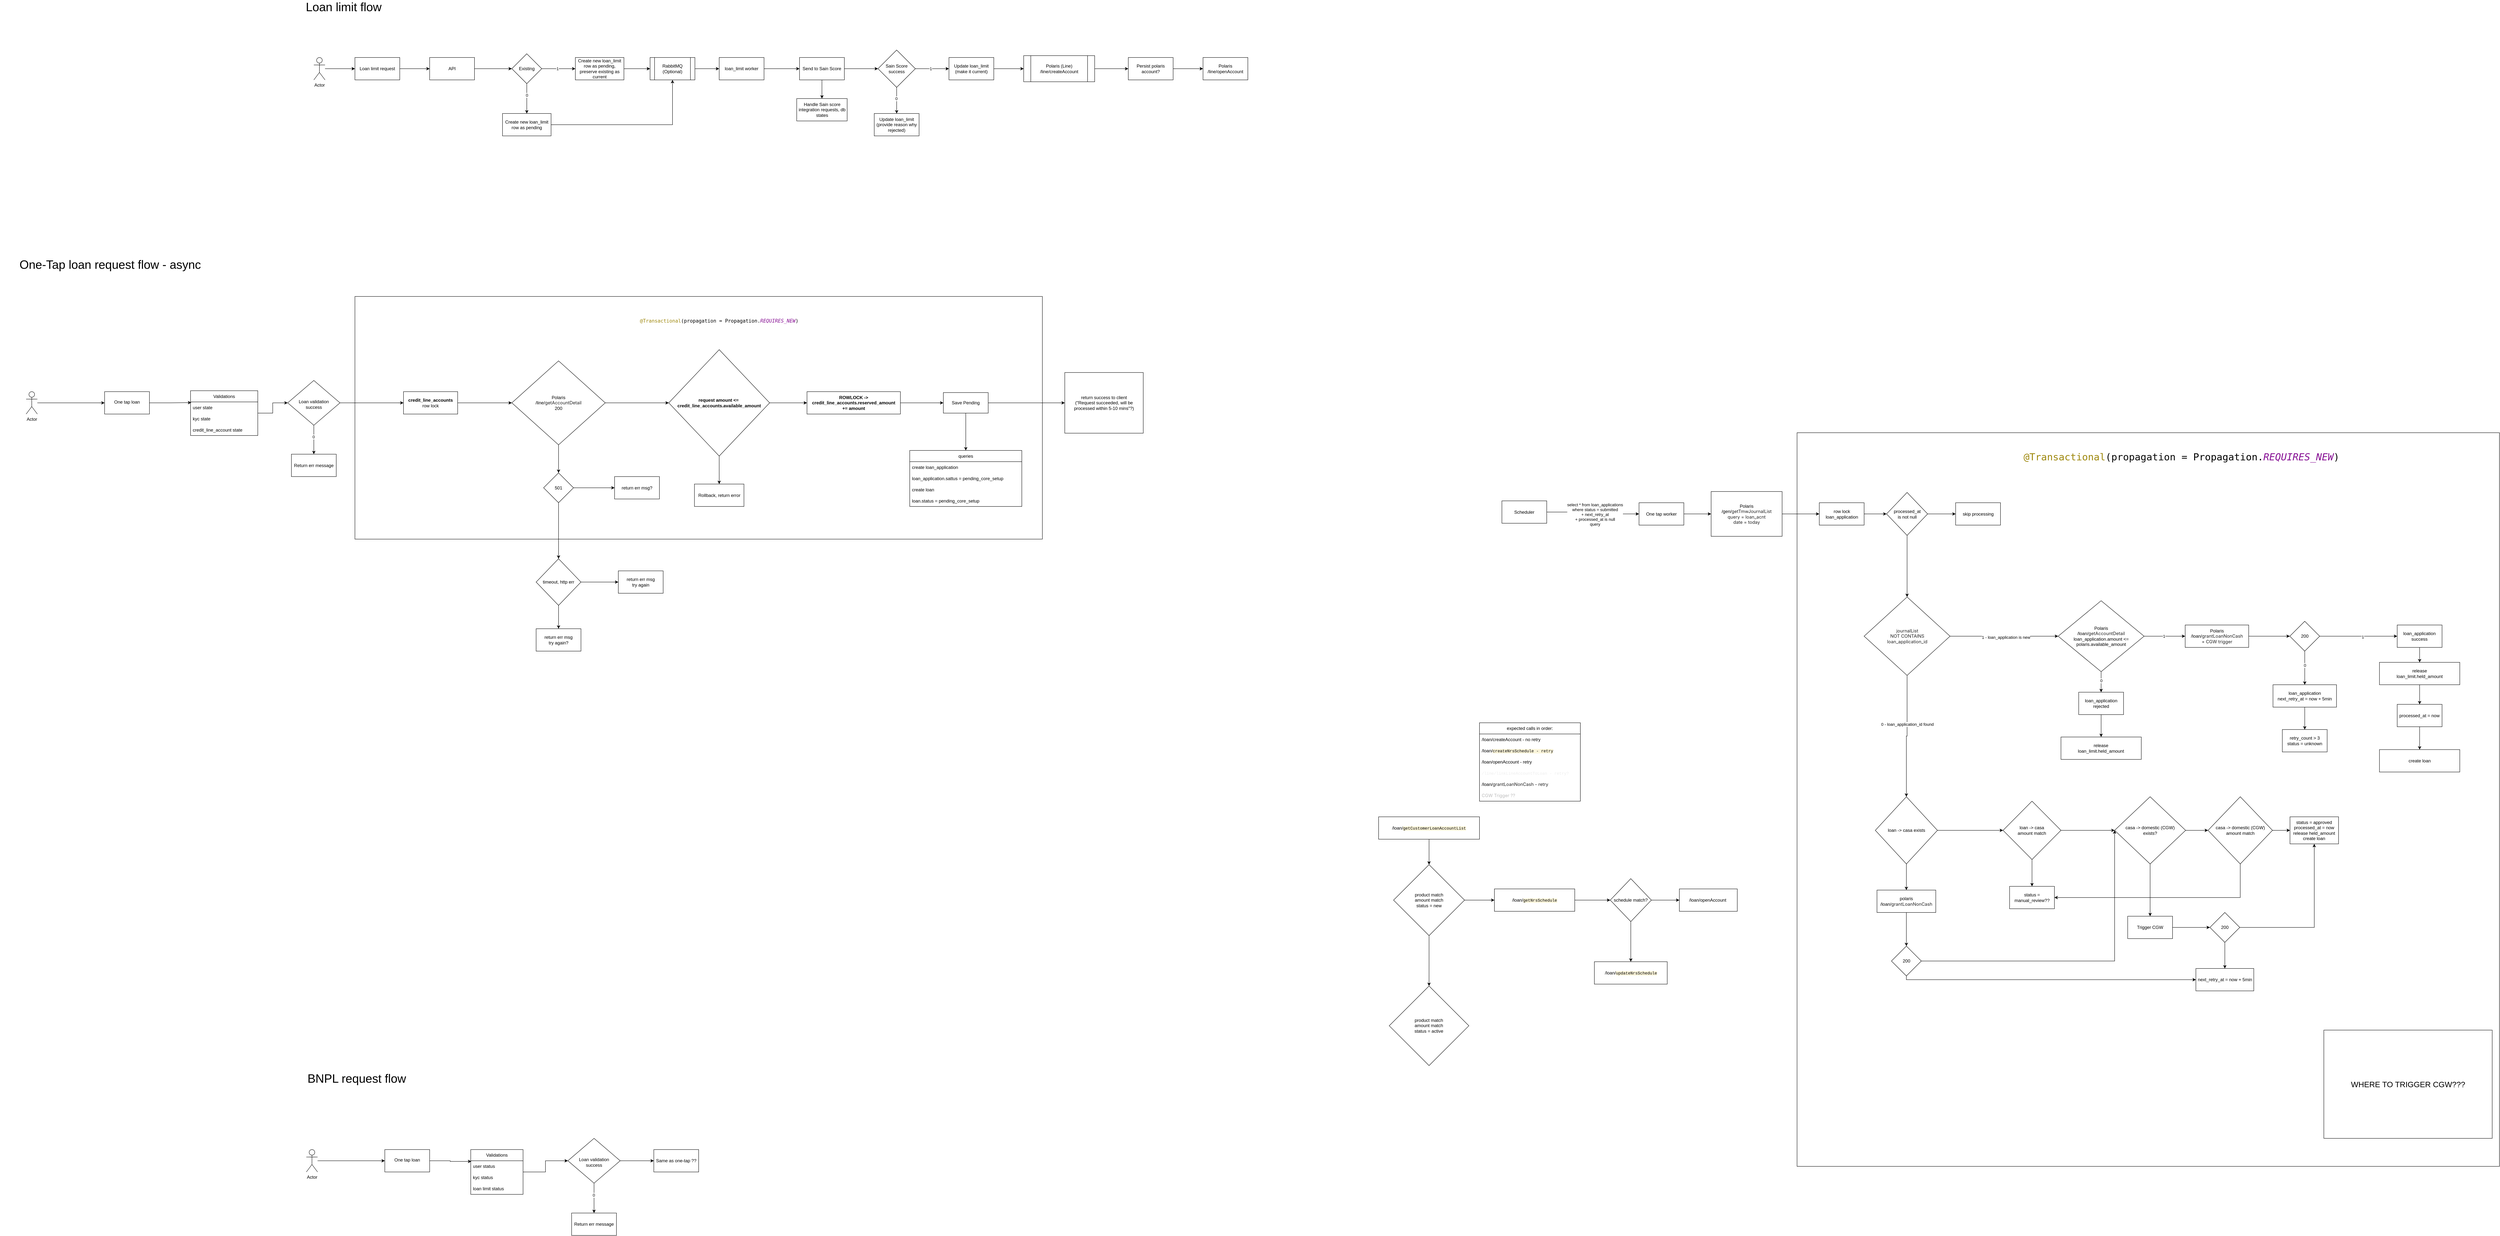
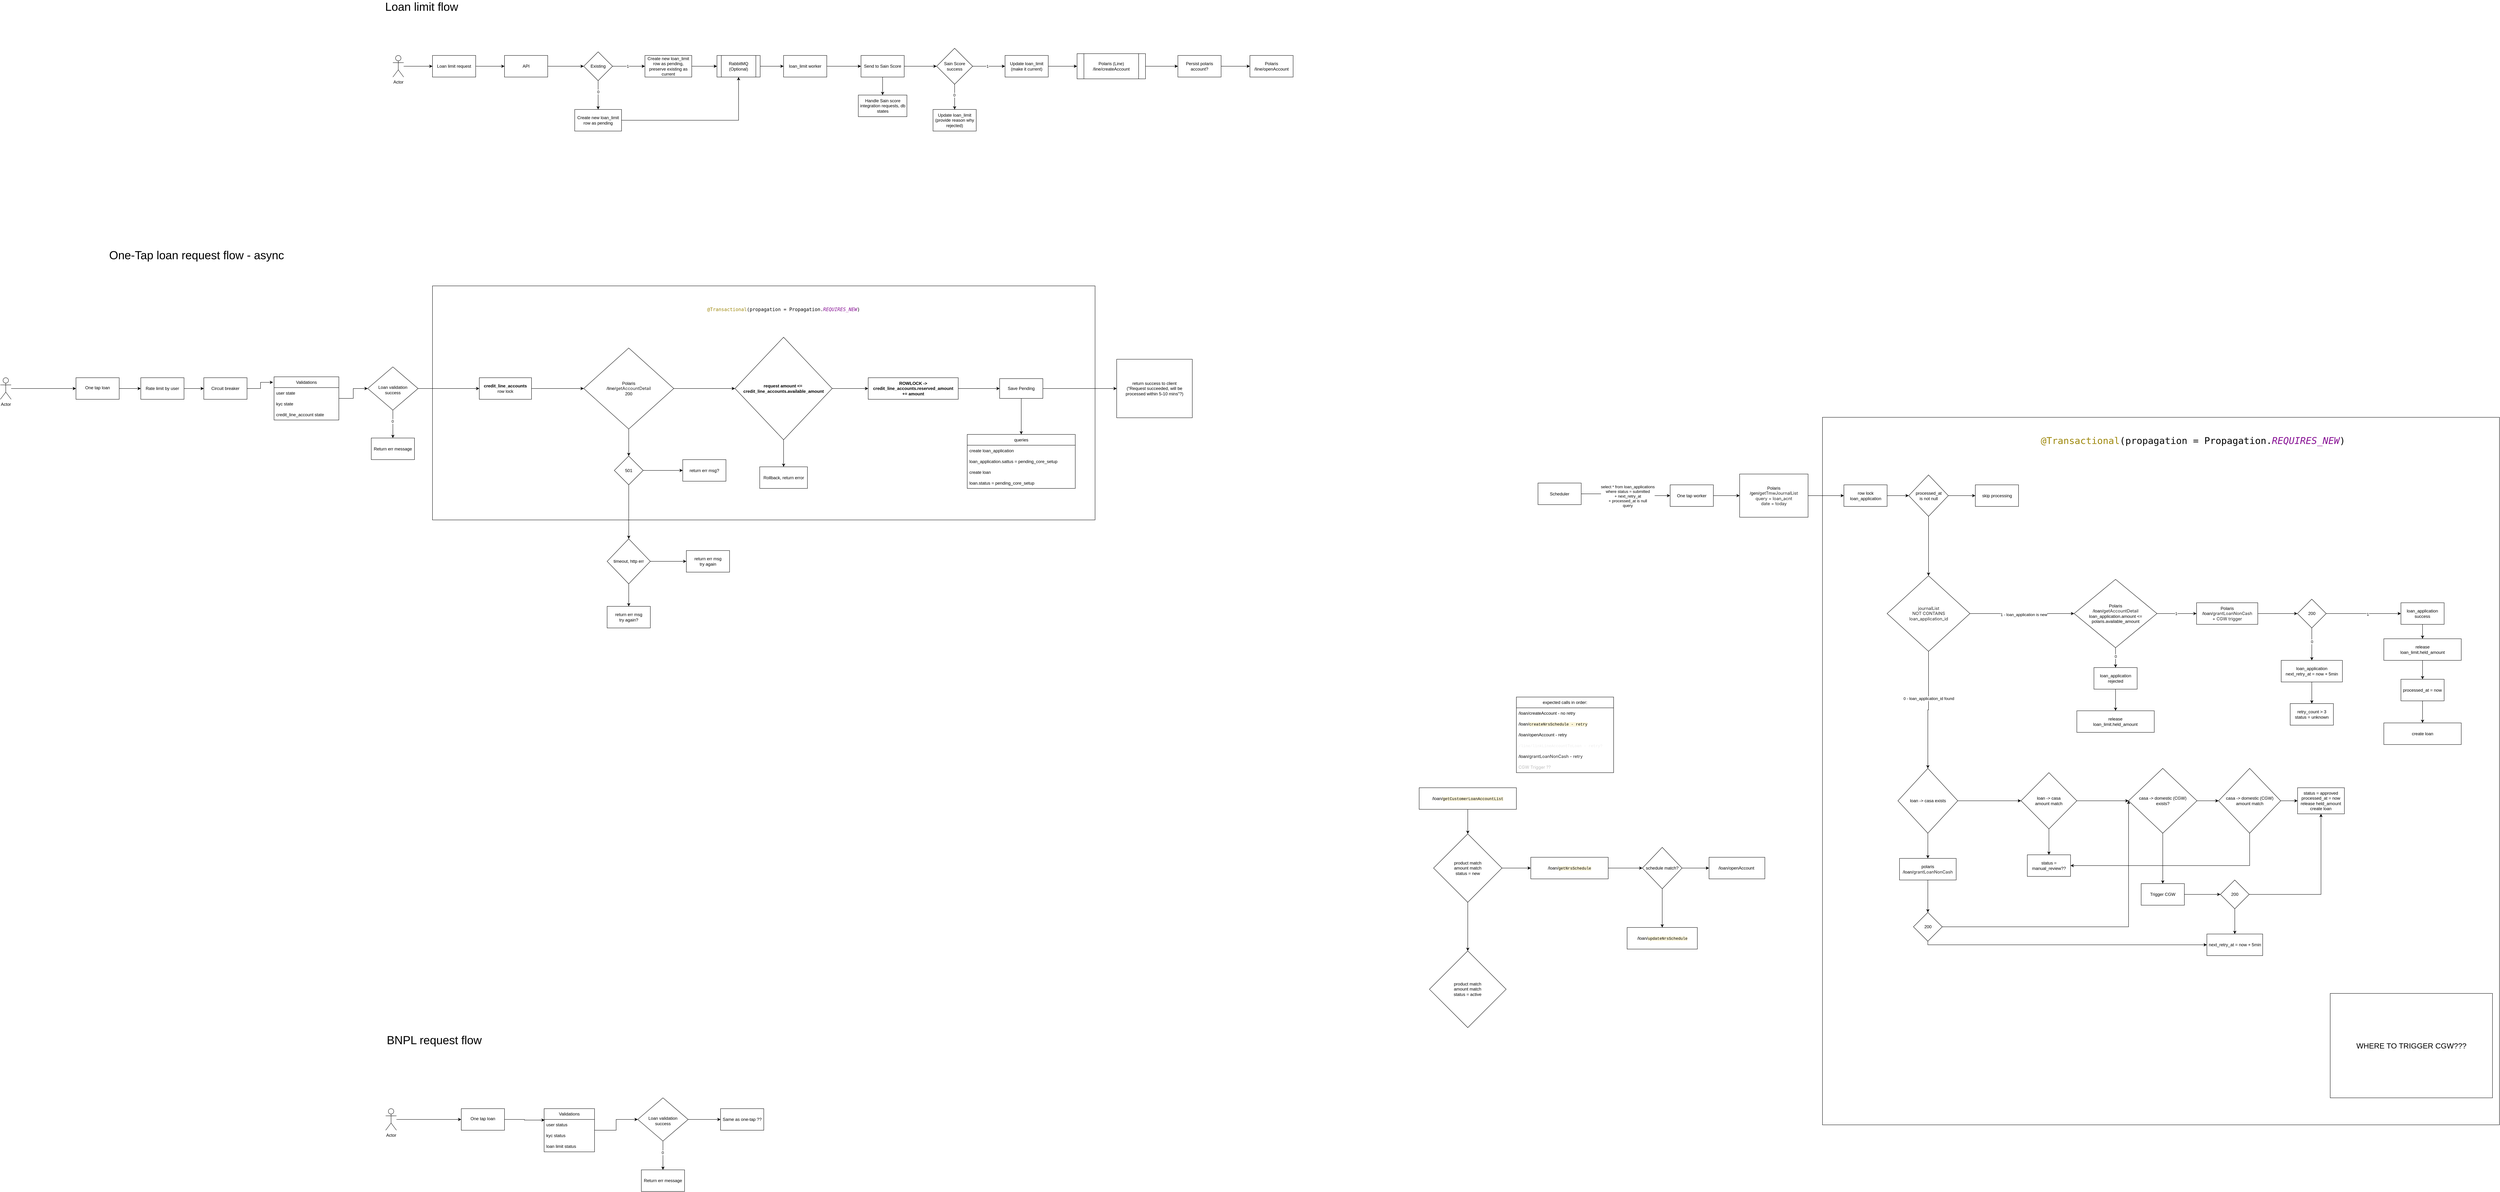
<mxfile host="app.diagrams.net">
  <diagram name="Page-1" id="VCBSuIh8bz7kurrQ0Zaz">
-     <mxGraphModel dx="3285" dy="1424" grid="1" gridSize="10" guides="1" tooltips="1" connect="1" arrows="1" fold="1" page="1" pageScale="1" pageWidth="850" pageHeight="1100" math="0" shadow="0">
+     <mxGraphModel dx="2816" dy="653" grid="1" gridSize="10" guides="1" tooltips="1" connect="1" arrows="1" fold="1" page="1" pageScale="1" pageWidth="850" pageHeight="1100" math="0" shadow="0">
      <root>
        <mxCell id="0" />
        <mxCell id="1" parent="0" />
        <mxCell id="In8fDh9ZLN2M87an2Miy-188" parent="1" style="rounded=0;whiteSpace=wrap;html=1;movable=0;resizable=0;rotatable=0;deletable=0;editable=0;locked=1;connectable=0;" value="" vertex="1">
          <mxGeometry height="1965" width="1880" x="4010" y="1215" as="geometry" />
        </mxCell>
        <mxCell id="In8fDh9ZLN2M87an2Miy-172" parent="1" style="rounded=0;whiteSpace=wrap;html=1;movable=0;resizable=0;rotatable=0;deletable=0;editable=0;locked=1;connectable=0;" value="" vertex="1">
          <mxGeometry height="650" width="1840" x="150" y="850" as="geometry" />
        </mxCell>
        <mxCell id="KqixbsF9o6dLofBvsG9t-5" edge="1" parent="1" source="KqixbsF9o6dLofBvsG9t-1" style="edgeStyle=orthogonalEdgeStyle;rounded=0;orthogonalLoop=1;jettySize=auto;html=1;" target="KqixbsF9o6dLofBvsG9t-4" value="">
          <mxGeometry relative="1" as="geometry" />
        </mxCell>
        <mxCell id="KqixbsF9o6dLofBvsG9t-1" parent="1" style="rounded=0;whiteSpace=wrap;html=1;" value="Loan limit request" vertex="1">
          <mxGeometry height="60" width="120" x="150" y="210" as="geometry" />
        </mxCell>
        <mxCell id="KqixbsF9o6dLofBvsG9t-3" edge="1" parent="1" source="KqixbsF9o6dLofBvsG9t-2" style="edgeStyle=orthogonalEdgeStyle;rounded=0;orthogonalLoop=1;jettySize=auto;html=1;" target="KqixbsF9o6dLofBvsG9t-1" value="">
          <mxGeometry relative="1" as="geometry" />
        </mxCell>
        <mxCell id="KqixbsF9o6dLofBvsG9t-2" parent="1" style="shape=umlActor;verticalLabelPosition=bottom;verticalAlign=top;html=1;outlineConnect=0;" value="Actor" vertex="1">
          <mxGeometry height="60" width="30" x="40" y="210" as="geometry" />
        </mxCell>
        <mxCell id="KqixbsF9o6dLofBvsG9t-9" edge="1" parent="1" source="KqixbsF9o6dLofBvsG9t-4" style="edgeStyle=orthogonalEdgeStyle;rounded=0;orthogonalLoop=1;jettySize=auto;html=1;" target="KqixbsF9o6dLofBvsG9t-8" value="">
          <mxGeometry relative="1" as="geometry" />
        </mxCell>
        <mxCell id="KqixbsF9o6dLofBvsG9t-4" parent="1" style="rounded=0;whiteSpace=wrap;html=1;" value="API" vertex="1">
          <mxGeometry height="60" width="120" x="350" y="210" as="geometry" />
        </mxCell>
        <mxCell id="KqixbsF9o6dLofBvsG9t-11" edge="1" parent="1" source="KqixbsF9o6dLofBvsG9t-8" style="edgeStyle=orthogonalEdgeStyle;rounded=0;orthogonalLoop=1;jettySize=auto;html=1;" target="KqixbsF9o6dLofBvsG9t-10" value="">
          <mxGeometry relative="1" as="geometry" />
        </mxCell>
        <mxCell id="KqixbsF9o6dLofBvsG9t-12" connectable="0" parent="KqixbsF9o6dLofBvsG9t-11" style="edgeLabel;html=1;align=center;verticalAlign=middle;resizable=0;points=[];" value="1" vertex="1">
          <mxGeometry relative="1" x="-0.079" as="geometry">
            <mxPoint as="offset" />
          </mxGeometry>
        </mxCell>
        <mxCell id="KqixbsF9o6dLofBvsG9t-14" edge="1" parent="1" source="KqixbsF9o6dLofBvsG9t-8" style="edgeStyle=orthogonalEdgeStyle;rounded=0;orthogonalLoop=1;jettySize=auto;html=1;" target="KqixbsF9o6dLofBvsG9t-13" value="">
          <mxGeometry relative="1" as="geometry" />
        </mxCell>
        <mxCell id="KqixbsF9o6dLofBvsG9t-15" connectable="0" parent="KqixbsF9o6dLofBvsG9t-14" style="edgeLabel;html=1;align=center;verticalAlign=middle;resizable=0;points=[];" value="0" vertex="1">
          <mxGeometry relative="1" x="-0.2407" as="geometry">
            <mxPoint as="offset" />
          </mxGeometry>
        </mxCell>
        <mxCell id="KqixbsF9o6dLofBvsG9t-8" parent="1" style="rhombus;whiteSpace=wrap;html=1;rounded=0;" value="Existing" vertex="1">
          <mxGeometry height="80" width="80" x="570" y="200" as="geometry" />
        </mxCell>
        <mxCell id="KqixbsF9o6dLofBvsG9t-23" edge="1" parent="1" source="KqixbsF9o6dLofBvsG9t-10" style="edgeStyle=orthogonalEdgeStyle;rounded=0;orthogonalLoop=1;jettySize=auto;html=1;" target="KqixbsF9o6dLofBvsG9t-22" value="">
          <mxGeometry relative="1" as="geometry" />
        </mxCell>
        <mxCell id="KqixbsF9o6dLofBvsG9t-10" parent="1" style="whiteSpace=wrap;html=1;rounded=0;" value="Create new loan_limit row as pending, preserve existing as current" vertex="1">
          <mxGeometry height="60" width="130" x="740" y="210" as="geometry" />
        </mxCell>
        <mxCell id="KqixbsF9o6dLofBvsG9t-26" edge="1" parent="1" source="KqixbsF9o6dLofBvsG9t-13" style="edgeStyle=orthogonalEdgeStyle;rounded=0;orthogonalLoop=1;jettySize=auto;html=1;entryX=0.5;entryY=1;entryDx=0;entryDy=0;" target="KqixbsF9o6dLofBvsG9t-22">
          <mxGeometry relative="1" as="geometry" />
        </mxCell>
        <mxCell id="KqixbsF9o6dLofBvsG9t-13" parent="1" style="whiteSpace=wrap;html=1;rounded=0;" value="Create new loan_limit row as pending" vertex="1">
          <mxGeometry height="60" width="130" x="545" y="360" as="geometry" />
        </mxCell>
        <mxCell id="KqixbsF9o6dLofBvsG9t-25" edge="1" parent="1" source="KqixbsF9o6dLofBvsG9t-22" style="edgeStyle=orthogonalEdgeStyle;rounded=0;orthogonalLoop=1;jettySize=auto;html=1;" target="KqixbsF9o6dLofBvsG9t-24" value="">
          <mxGeometry relative="1" as="geometry" />
        </mxCell>
        <mxCell id="KqixbsF9o6dLofBvsG9t-22" parent="1" style="shape=process;whiteSpace=wrap;html=1;backgroundOutline=1;rounded=0;" value="RabbitMQ (Optional)" vertex="1">
          <mxGeometry height="60" width="120" x="940" y="210" as="geometry" />
        </mxCell>
        <mxCell id="KqixbsF9o6dLofBvsG9t-28" edge="1" parent="1" source="KqixbsF9o6dLofBvsG9t-24" style="edgeStyle=orthogonalEdgeStyle;rounded=0;orthogonalLoop=1;jettySize=auto;html=1;" target="KqixbsF9o6dLofBvsG9t-27" value="">
          <mxGeometry relative="1" as="geometry" />
        </mxCell>
        <mxCell id="KqixbsF9o6dLofBvsG9t-24" parent="1" style="whiteSpace=wrap;html=1;rounded=0;" value="loan_limit worker" vertex="1">
          <mxGeometry height="60" width="120" x="1125" y="210" as="geometry" />
        </mxCell>
        <mxCell id="KqixbsF9o6dLofBvsG9t-30" edge="1" parent="1" source="KqixbsF9o6dLofBvsG9t-27" style="edgeStyle=orthogonalEdgeStyle;rounded=0;orthogonalLoop=1;jettySize=auto;html=1;" target="KqixbsF9o6dLofBvsG9t-29" value="">
          <mxGeometry relative="1" as="geometry" />
        </mxCell>
        <mxCell id="KqixbsF9o6dLofBvsG9t-38" edge="1" parent="1" source="KqixbsF9o6dLofBvsG9t-27" style="edgeStyle=orthogonalEdgeStyle;rounded=0;orthogonalLoop=1;jettySize=auto;html=1;" target="KqixbsF9o6dLofBvsG9t-37" value="">
          <mxGeometry relative="1" as="geometry" />
        </mxCell>
        <mxCell id="KqixbsF9o6dLofBvsG9t-27" parent="1" style="whiteSpace=wrap;html=1;rounded=0;" value="Send to Sain Score" vertex="1">
          <mxGeometry height="60" width="120" x="1340" y="210" as="geometry" />
        </mxCell>
        <mxCell id="KqixbsF9o6dLofBvsG9t-32" edge="1" parent="1" source="KqixbsF9o6dLofBvsG9t-29" style="edgeStyle=orthogonalEdgeStyle;rounded=0;orthogonalLoop=1;jettySize=auto;html=1;" target="KqixbsF9o6dLofBvsG9t-31" value="">
          <mxGeometry relative="1" as="geometry" />
        </mxCell>
        <mxCell id="KqixbsF9o6dLofBvsG9t-33" connectable="0" parent="KqixbsF9o6dLofBvsG9t-32" style="edgeLabel;html=1;align=center;verticalAlign=middle;resizable=0;points=[];" value="1" vertex="1">
          <mxGeometry relative="1" x="-0.1048" as="geometry">
            <mxPoint as="offset" />
          </mxGeometry>
        </mxCell>
        <mxCell id="KqixbsF9o6dLofBvsG9t-35" edge="1" parent="1" source="KqixbsF9o6dLofBvsG9t-29" style="edgeStyle=orthogonalEdgeStyle;rounded=0;orthogonalLoop=1;jettySize=auto;html=1;" target="KqixbsF9o6dLofBvsG9t-34" value="">
          <mxGeometry relative="1" as="geometry" />
        </mxCell>
        <mxCell id="KqixbsF9o6dLofBvsG9t-36" connectable="0" parent="KqixbsF9o6dLofBvsG9t-35" style="edgeLabel;html=1;align=center;verticalAlign=middle;resizable=0;points=[];" value="0" vertex="1">
          <mxGeometry relative="1" x="-0.1429" y="-1" as="geometry">
            <mxPoint as="offset" />
          </mxGeometry>
        </mxCell>
        <mxCell id="KqixbsF9o6dLofBvsG9t-29" parent="1" style="rhombus;whiteSpace=wrap;html=1;rounded=0;" value="Sain Score success" vertex="1">
          <mxGeometry height="100" width="100" x="1550" y="190" as="geometry" />
        </mxCell>
        <mxCell id="KqixbsF9o6dLofBvsG9t-66" edge="1" parent="1" source="KqixbsF9o6dLofBvsG9t-31" style="edgeStyle=orthogonalEdgeStyle;rounded=0;orthogonalLoop=1;jettySize=auto;html=1;" target="KqixbsF9o6dLofBvsG9t-65" value="">
          <mxGeometry relative="1" as="geometry" />
        </mxCell>
        <mxCell id="KqixbsF9o6dLofBvsG9t-31" parent="1" style="whiteSpace=wrap;html=1;rounded=0;" value="Update loan_limit (make it current)" vertex="1">
          <mxGeometry height="60" width="120" x="1740" y="210" as="geometry" />
        </mxCell>
        <mxCell id="KqixbsF9o6dLofBvsG9t-34" parent="1" style="whiteSpace=wrap;html=1;rounded=0;" value="Update loan_limit&lt;br&gt;(provide reason why rejected)" vertex="1">
          <mxGeometry height="60" width="120" x="1540" y="360" as="geometry" />
        </mxCell>
        <mxCell id="KqixbsF9o6dLofBvsG9t-37" parent="1" style="whiteSpace=wrap;html=1;rounded=0;" value="Handle Sain score integration requests, db states" vertex="1">
          <mxGeometry height="60" width="135" x="1332.5" y="320" as="geometry" />
        </mxCell>
        <mxCell id="KqixbsF9o6dLofBvsG9t-40" parent="1" style="text;html=1;whiteSpace=wrap;strokeColor=none;fillColor=none;align=center;verticalAlign=middle;rounded=0;fontSize=32;" value="Loan limit flow" vertex="1">
          <mxGeometry height="30" width="260" x="-10" y="60" as="geometry" />
        </mxCell>
        <mxCell id="KqixbsF9o6dLofBvsG9t-74" edge="1" parent="1" source="KqixbsF9o6dLofBvsG9t-65" style="edgeStyle=orthogonalEdgeStyle;rounded=0;orthogonalLoop=1;jettySize=auto;html=1;" target="KqixbsF9o6dLofBvsG9t-73" value="">
          <mxGeometry relative="1" as="geometry" />
        </mxCell>
        <mxCell id="KqixbsF9o6dLofBvsG9t-65" parent="1" style="shape=process;whiteSpace=wrap;html=1;backgroundOutline=1;rounded=0;" value="Polaris (Line)&lt;br&gt;/line/createAccount" vertex="1">
          <mxGeometry height="70" width="190" x="1940" y="205" as="geometry" />
        </mxCell>
        <mxCell id="P7TJZT1PVnBYbLh7lMs1-4" edge="1" parent="1" source="KqixbsF9o6dLofBvsG9t-73" style="edgeStyle=orthogonalEdgeStyle;rounded=0;orthogonalLoop=1;jettySize=auto;html=1;" target="P7TJZT1PVnBYbLh7lMs1-3" value="">
          <mxGeometry relative="1" as="geometry" />
        </mxCell>
        <mxCell id="KqixbsF9o6dLofBvsG9t-73" parent="1" style="whiteSpace=wrap;html=1;rounded=0;" value="Persist polaris account?" vertex="1">
          <mxGeometry height="60" width="120" x="2220" y="210" as="geometry" />
        </mxCell>
        <mxCell id="U8Ajh8Gpa-m2DNKNFQys-1" parent="1" style="text;html=1;whiteSpace=wrap;strokeColor=none;fillColor=none;align=center;verticalAlign=middle;rounded=0;fontSize=32;" value="One-Tap loan request flow - async" vertex="1">
          <mxGeometry height="30" width="590" x="-800" y="750" as="geometry" />
        </mxCell>
        <mxCell id="In8fDh9ZLN2M87an2Miy-1" edge="1" parent="1" source="In8fDh9ZLN2M87an2Miy-2" style="edgeStyle=orthogonalEdgeStyle;rounded=0;orthogonalLoop=1;jettySize=auto;html=1;" target="In8fDh9ZLN2M87an2Miy-4" value="">
          <mxGeometry relative="1" as="geometry" />
        </mxCell>
        <mxCell id="In8fDh9ZLN2M87an2Miy-2" parent="1" style="shape=umlActor;verticalLabelPosition=bottom;verticalAlign=top;html=1;outlineConnect=0;" value="Actor" vertex="1">
-           <mxGeometry height="60" width="30" x="-730" y="1105" as="geometry" />
-         </mxCell>
-         <mxCell id="In8fDh9ZLN2M87an2Miy-3" edge="1" parent="1" source="In8fDh9ZLN2M87an2Miy-4" style="edgeStyle=orthogonalEdgeStyle;rounded=0;orthogonalLoop=1;jettySize=auto;html=1;entryX=0.011;entryY=0.06;entryDx=0;entryDy=0;entryPerimeter=0;" target="In8fDh9ZLN2M87an2Miy-28" value="">
-           <mxGeometry relative="1" as="geometry">
-             <mxPoint x="-310" y="1132.5" as="targetPoint" />
-           </mxGeometry>
+           <mxGeometry height="60" width="30" x="-1050" y="1105" as="geometry" />
+         </mxCell>
+         <mxCell id="P7TJZT1PVnBYbLh7lMs1-42" edge="1" parent="1" source="In8fDh9ZLN2M87an2Miy-4" style="edgeStyle=orthogonalEdgeStyle;rounded=0;orthogonalLoop=1;jettySize=auto;html=1;" target="P7TJZT1PVnBYbLh7lMs1-41" value="">
+           <mxGeometry relative="1" as="geometry" />
        </mxCell>
        <mxCell id="In8fDh9ZLN2M87an2Miy-4" parent="1" style="whiteSpace=wrap;html=1;verticalAlign=top;" value="&lt;div&gt;&lt;br&gt;&lt;/div&gt;&lt;div&gt;One tap loan&lt;/div&gt;" vertex="1">
-           <mxGeometry height="60" width="120" x="-520" y="1105" as="geometry" />
+           <mxGeometry height="60" width="120" x="-840" y="1105" as="geometry" />
        </mxCell>
        <mxCell id="In8fDh9ZLN2M87an2Miy-7" edge="1" parent="1" source="In8fDh9ZLN2M87an2Miy-9" style="edgeStyle=orthogonalEdgeStyle;rounded=0;orthogonalLoop=1;jettySize=auto;html=1;" target="In8fDh9ZLN2M87an2Miy-13" value="">
          <mxGeometry relative="1" as="geometry" />
        </mxCell>
        <mxCell id="In8fDh9ZLN2M87an2Miy-8" connectable="0" parent="In8fDh9ZLN2M87an2Miy-7" style="edgeLabel;html=1;align=center;verticalAlign=middle;resizable=0;points=[];" value="0" vertex="1">
          <mxGeometry relative="1" x="-0.2091" y="-1" as="geometry">
            <mxPoint as="offset" />
          </mxGeometry>
        </mxCell>
        <mxCell id="P7TJZT1PVnBYbLh7lMs1-36" edge="1" parent="1" source="In8fDh9ZLN2M87an2Miy-9" style="edgeStyle=orthogonalEdgeStyle;rounded=0;orthogonalLoop=1;jettySize=auto;html=1;entryX=0;entryY=0.5;entryDx=0;entryDy=0;" target="In8fDh9ZLN2M87an2Miy-161">
          <mxGeometry relative="1" as="geometry" />
        </mxCell>
        <mxCell id="In8fDh9ZLN2M87an2Miy-9" parent="1" style="rhombus;whiteSpace=wrap;html=1;verticalAlign=top;" value="&lt;br&gt;&lt;br&gt;&lt;div&gt;&lt;br&gt;&lt;/div&gt;&lt;div&gt;Loan validation&lt;br&gt;success&lt;/div&gt;" vertex="1">
          <mxGeometry height="120" width="140" x="-30" y="1075" as="geometry" />
        </mxCell>
        <mxCell id="In8fDh9ZLN2M87an2Miy-10" edge="1" parent="1" source="In8fDh9ZLN2M87an2Miy-12" style="edgeStyle=orthogonalEdgeStyle;rounded=0;orthogonalLoop=1;jettySize=auto;html=1;entryX=0.5;entryY=0;entryDx=0;entryDy=0;" target="In8fDh9ZLN2M87an2Miy-14">
          <mxGeometry relative="1" as="geometry" />
        </mxCell>
        <mxCell id="In8fDh9ZLN2M87an2Miy-54" edge="1" parent="1" source="In8fDh9ZLN2M87an2Miy-105" style="edgeStyle=orthogonalEdgeStyle;rounded=0;orthogonalLoop=1;jettySize=auto;html=1;exitX=1;exitY=0.5;exitDx=0;exitDy=0;" target="In8fDh9ZLN2M87an2Miy-53" value="">
          <mxGeometry relative="1" as="geometry">
            <mxPoint x="3329.5" y="1432.5" as="sourcePoint" />
          </mxGeometry>
        </mxCell>
        <mxCell id="In8fDh9ZLN2M87an2Miy-55" connectable="0" parent="In8fDh9ZLN2M87an2Miy-54" style="edgeLabel;html=1;align=center;verticalAlign=middle;resizable=0;points=[];" value="select * from loan_applications&lt;br&gt;where status = submitted&lt;br&gt;+ next_retry_at&lt;br&gt;+ processed_at is null&lt;br&gt;query" vertex="1">
          <mxGeometry relative="1" x="0.0637" y="-1" as="geometry">
            <mxPoint as="offset" />
          </mxGeometry>
        </mxCell>
        <mxCell id="In8fDh9ZLN2M87an2Miy-246" edge="1" parent="1" source="In8fDh9ZLN2M87an2Miy-12" style="edgeStyle=orthogonalEdgeStyle;rounded=0;orthogonalLoop=1;jettySize=auto;html=1;entryX=0;entryY=0.5;entryDx=0;entryDy=0;" target="In8fDh9ZLN2M87an2Miy-185">
          <mxGeometry relative="1" as="geometry">
            <mxPoint x="2120" y="1137" as="targetPoint" />
          </mxGeometry>
        </mxCell>
        <mxCell id="In8fDh9ZLN2M87an2Miy-12" parent="1" style="whiteSpace=wrap;html=1;verticalAlign=middle;" value="Save Pending" vertex="1">
          <mxGeometry height="55" width="120" x="1725" y="1107.5" as="geometry" />
        </mxCell>
        <mxCell id="In8fDh9ZLN2M87an2Miy-13" parent="1" style="whiteSpace=wrap;html=1;verticalAlign=middle;" value="Return err message" vertex="1">
          <mxGeometry height="60" width="120" x="-20" y="1272.5" as="geometry" />
        </mxCell>
        <mxCell id="In8fDh9ZLN2M87an2Miy-14" parent="1" style="swimlane;fontStyle=0;childLayout=stackLayout;horizontal=1;startSize=30;horizontalStack=0;resizeParent=1;resizeParentMax=0;resizeLast=0;collapsible=1;marginBottom=0;whiteSpace=wrap;html=1;" value="queries" vertex="1">
          <mxGeometry height="150" width="300" x="1635" y="1262.5" as="geometry" />
        </mxCell>
        <mxCell id="In8fDh9ZLN2M87an2Miy-15" parent="In8fDh9ZLN2M87an2Miy-14" style="text;strokeColor=none;fillColor=none;align=left;verticalAlign=middle;spacingLeft=4;spacingRight=4;overflow=hidden;points=[[0,0.5],[1,0.5]];portConstraint=eastwest;rotatable=0;whiteSpace=wrap;html=1;" value="create loan_application" vertex="1">
          <mxGeometry height="30" width="300" y="30" as="geometry" />
        </mxCell>
        <mxCell id="In8fDh9ZLN2M87an2Miy-104" parent="In8fDh9ZLN2M87an2Miy-14" style="text;strokeColor=none;fillColor=none;align=left;verticalAlign=middle;spacingLeft=4;spacingRight=4;overflow=hidden;points=[[0,0.5],[1,0.5]];portConstraint=eastwest;rotatable=0;whiteSpace=wrap;html=1;" value="loan_application.sattus = pending_core_setup" vertex="1">
          <mxGeometry height="30" width="300" y="60" as="geometry" />
        </mxCell>
        <mxCell id="In8fDh9ZLN2M87an2Miy-17" parent="In8fDh9ZLN2M87an2Miy-14" style="text;strokeColor=none;fillColor=none;align=left;verticalAlign=middle;spacingLeft=4;spacingRight=4;overflow=hidden;points=[[0,0.5],[1,0.5]];portConstraint=eastwest;rotatable=0;whiteSpace=wrap;html=1;" value="create loan" vertex="1">
          <mxGeometry height="30" width="300" y="90" as="geometry" />
        </mxCell>
        <mxCell id="P7TJZT1PVnBYbLh7lMs1-40" parent="In8fDh9ZLN2M87an2Miy-14" style="text;strokeColor=none;fillColor=none;align=left;verticalAlign=middle;spacingLeft=4;spacingRight=4;overflow=hidden;points=[[0,0.5],[1,0.5]];portConstraint=eastwest;rotatable=0;whiteSpace=wrap;html=1;" value="loan.status = pending_core_setup" vertex="1">
          <mxGeometry height="30" width="300" y="120" as="geometry" />
        </mxCell>
        <mxCell id="In8fDh9ZLN2M87an2Miy-32" edge="1" parent="1" source="In8fDh9ZLN2M87an2Miy-27" style="edgeStyle=orthogonalEdgeStyle;rounded=0;orthogonalLoop=1;jettySize=auto;html=1;entryX=0;entryY=0.5;entryDx=0;entryDy=0;" target="In8fDh9ZLN2M87an2Miy-9">
          <mxGeometry relative="1" as="geometry" />
        </mxCell>
        <mxCell id="In8fDh9ZLN2M87an2Miy-27" parent="1" style="swimlane;fontStyle=0;childLayout=stackLayout;horizontal=1;startSize=30;horizontalStack=0;resizeParent=1;resizeParentMax=0;resizeLast=0;collapsible=1;marginBottom=0;whiteSpace=wrap;html=1;" value="Validations" vertex="1">
          <mxGeometry height="120" width="180" x="-290" y="1102.5" as="geometry" />
        </mxCell>
        <mxCell id="In8fDh9ZLN2M87an2Miy-28" parent="In8fDh9ZLN2M87an2Miy-27" style="text;strokeColor=none;fillColor=none;align=left;verticalAlign=middle;spacingLeft=4;spacingRight=4;overflow=hidden;points=[[0,0.5],[1,0.5]];portConstraint=eastwest;rotatable=0;whiteSpace=wrap;html=1;" value="user state" vertex="1">
          <mxGeometry height="30" width="180" y="30" as="geometry" />
        </mxCell>
        <mxCell id="In8fDh9ZLN2M87an2Miy-29" parent="In8fDh9ZLN2M87an2Miy-27" style="text;strokeColor=none;fillColor=none;align=left;verticalAlign=middle;spacingLeft=4;spacingRight=4;overflow=hidden;points=[[0,0.5],[1,0.5]];portConstraint=eastwest;rotatable=0;whiteSpace=wrap;html=1;" value="kyc state" vertex="1">
          <mxGeometry height="30" width="180" y="60" as="geometry" />
        </mxCell>
        <mxCell id="In8fDh9ZLN2M87an2Miy-33" parent="In8fDh9ZLN2M87an2Miy-27" style="text;strokeColor=none;fillColor=none;align=left;verticalAlign=middle;spacingLeft=4;spacingRight=4;overflow=hidden;points=[[0,0.5],[1,0.5]];portConstraint=eastwest;rotatable=0;whiteSpace=wrap;html=1;" value="credit_line_account state" vertex="1">
          <mxGeometry height="30" width="180" y="90" as="geometry" />
        </mxCell>
        <mxCell id="In8fDh9ZLN2M87an2Miy-116" edge="1" parent="1" source="In8fDh9ZLN2M87an2Miy-53" style="edgeStyle=orthogonalEdgeStyle;rounded=0;orthogonalLoop=1;jettySize=auto;html=1;entryX=0;entryY=0.5;entryDx=0;entryDy=0;" target="In8fDh9ZLN2M87an2Miy-68">
          <mxGeometry relative="1" as="geometry" />
        </mxCell>
        <mxCell id="In8fDh9ZLN2M87an2Miy-53" parent="1" style="whiteSpace=wrap;html=1;" value="One tap worker" vertex="1">
          <mxGeometry height="60" width="120" x="3587" y="1402.5" as="geometry" />
        </mxCell>
        <mxCell id="In8fDh9ZLN2M87an2Miy-67" edge="1" parent="1" source="In8fDh9ZLN2M87an2Miy-58" style="edgeStyle=orthogonalEdgeStyle;rounded=0;orthogonalLoop=1;jettySize=auto;html=1;entryX=0;entryY=0.5;entryDx=0;entryDy=0;" target="In8fDh9ZLN2M87an2Miy-66" value="">
          <mxGeometry relative="1" as="geometry">
            <mxPoint x="5343.87" y="1760" as="targetPoint" />
          </mxGeometry>
        </mxCell>
        <mxCell id="In8fDh9ZLN2M87an2Miy-58" parent="1" style="whiteSpace=wrap;html=1;" value="Polaris /loan/&lt;span style=&quot;color: rgb(33, 33, 33); font-family: Inter, system-ui, -apple-system, &amp;quot;system-ui&amp;quot;, &amp;quot;Segoe UI&amp;quot;, Roboto, Oxygen, Ubuntu, Cantarell, &amp;quot;Fira Sans&amp;quot;, &amp;quot;Droid Sans&amp;quot;, Helvetica, Arial, sans-serif; text-align: left; white-space: pre-wrap; background-color: rgb(255, 255, 255);&quot;&gt;grantLoanNonCash&lt;br/&gt;+ CGW trigger&lt;/span&gt;" vertex="1">
          <mxGeometry height="60" width="170" x="5048.87" y="1730" as="geometry" />
        </mxCell>
        <mxCell id="In8fDh9ZLN2M87an2Miy-62" edge="1" parent="1" source="In8fDh9ZLN2M87an2Miy-59" style="edgeStyle=orthogonalEdgeStyle;rounded=0;orthogonalLoop=1;jettySize=auto;html=1;" target="In8fDh9ZLN2M87an2Miy-61" value="">
          <mxGeometry relative="1" as="geometry" />
        </mxCell>
        <mxCell id="In8fDh9ZLN2M87an2Miy-91" connectable="0" parent="In8fDh9ZLN2M87an2Miy-62" style="edgeLabel;html=1;align=center;verticalAlign=middle;resizable=0;points=[];" value="0" vertex="1">
          <mxGeometry relative="1" x="-0.1431" as="geometry">
            <mxPoint as="offset" />
          </mxGeometry>
        </mxCell>
        <mxCell id="In8fDh9ZLN2M87an2Miy-65" edge="1" parent="1" source="In8fDh9ZLN2M87an2Miy-59" style="edgeStyle=orthogonalEdgeStyle;rounded=0;orthogonalLoop=1;jettySize=auto;html=1;" target="In8fDh9ZLN2M87an2Miy-58">
          <mxGeometry relative="1" as="geometry" />
        </mxCell>
        <mxCell id="In8fDh9ZLN2M87an2Miy-90" connectable="0" parent="In8fDh9ZLN2M87an2Miy-65" style="edgeLabel;html=1;align=center;verticalAlign=middle;resizable=0;points=[];" value="1" vertex="1">
          <mxGeometry relative="1" x="-0.0451" as="geometry">
            <mxPoint as="offset" />
          </mxGeometry>
        </mxCell>
        <mxCell id="In8fDh9ZLN2M87an2Miy-59" parent="1" style="rhombus;whiteSpace=wrap;html=1;" value="Polaris&lt;br&gt;/loan/&lt;span style=&quot;color: rgb(33, 33, 33); font-family: Inter, system-ui, -apple-system, &amp;quot;system-ui&amp;quot;, &amp;quot;Segoe UI&amp;quot;, Roboto, Oxygen, Ubuntu, Cantarell, &amp;quot;Fira Sans&amp;quot;, &amp;quot;Droid Sans&amp;quot;, Helvetica, Arial, sans-serif; text-align: left; white-space: pre-wrap; background-color: rgb(255, 255, 255);&quot;&gt;getAccountDetail&lt;/span&gt;&lt;br&gt;loan_application.amount &amp;lt;= polaris.available_amount" vertex="1">
          <mxGeometry height="190" width="230" x="4708.87" y="1665" as="geometry" />
        </mxCell>
        <mxCell id="In8fDh9ZLN2M87an2Miy-64" edge="1" parent="1" source="In8fDh9ZLN2M87an2Miy-61" style="edgeStyle=orthogonalEdgeStyle;rounded=0;orthogonalLoop=1;jettySize=auto;html=1;" target="In8fDh9ZLN2M87an2Miy-63" value="">
          <mxGeometry relative="1" as="geometry" />
        </mxCell>
        <mxCell id="In8fDh9ZLN2M87an2Miy-61" parent="1" style="whiteSpace=wrap;html=1;" value="loan_application&lt;br&gt;rejected" vertex="1">
          <mxGeometry height="60" width="120" x="4763.87" y="1910" as="geometry" />
        </mxCell>
        <mxCell id="In8fDh9ZLN2M87an2Miy-63" parent="1" style="whiteSpace=wrap;html=1;" value="release &lt;br&gt;loan_limit.held_amount" vertex="1">
          <mxGeometry height="60" width="215" x="4716.37" y="2030" as="geometry" />
        </mxCell>
        <mxCell id="In8fDh9ZLN2M87an2Miy-81" edge="1" parent="1" source="In8fDh9ZLN2M87an2Miy-66" style="edgeStyle=orthogonalEdgeStyle;rounded=0;orthogonalLoop=1;jettySize=auto;html=1;entryX=0;entryY=0.5;entryDx=0;entryDy=0;" target="In8fDh9ZLN2M87an2Miy-79">
          <mxGeometry relative="1" as="geometry" />
        </mxCell>
        <mxCell id="In8fDh9ZLN2M87an2Miy-92" connectable="0" parent="In8fDh9ZLN2M87an2Miy-81" style="edgeLabel;html=1;align=center;verticalAlign=middle;resizable=0;points=[];" value="1" vertex="1">
          <mxGeometry relative="1" x="0.1055" y="-2" as="geometry">
            <mxPoint as="offset" />
          </mxGeometry>
        </mxCell>
        <mxCell id="In8fDh9ZLN2M87an2Miy-83" edge="1" parent="1" source="In8fDh9ZLN2M87an2Miy-66" style="edgeStyle=orthogonalEdgeStyle;rounded=0;orthogonalLoop=1;jettySize=auto;html=1;" target="In8fDh9ZLN2M87an2Miy-82" value="">
          <mxGeometry relative="1" as="geometry" />
        </mxCell>
        <mxCell id="In8fDh9ZLN2M87an2Miy-93" connectable="0" parent="In8fDh9ZLN2M87an2Miy-83" style="edgeLabel;html=1;align=center;verticalAlign=middle;resizable=0;points=[];" value="0" vertex="1">
          <mxGeometry relative="1" x="-0.1623" as="geometry">
            <mxPoint as="offset" />
          </mxGeometry>
        </mxCell>
        <mxCell id="In8fDh9ZLN2M87an2Miy-66" parent="1" style="rhombus;whiteSpace=wrap;html=1;" value="200" vertex="1">
          <mxGeometry height="80" width="80" x="5328.87" y="1720" as="geometry" />
        </mxCell>
        <mxCell id="In8fDh9ZLN2M87an2Miy-119" edge="1" parent="1" source="In8fDh9ZLN2M87an2Miy-68" style="edgeStyle=orthogonalEdgeStyle;rounded=0;orthogonalLoop=1;jettySize=auto;html=1;" target="In8fDh9ZLN2M87an2Miy-118" value="">
          <mxGeometry relative="1" as="geometry" />
        </mxCell>
        <mxCell id="In8fDh9ZLN2M87an2Miy-68" parent="1" style="whiteSpace=wrap;html=1;" value="Polaris&lt;br&gt;/gen/&lt;span style=&quot;white-space: pre-wrap; color: rgb(33, 33, 33); font-family: Inter, system-ui, -apple-system, &amp;quot;system-ui&amp;quot;, &amp;quot;Segoe UI&amp;quot;, Roboto, Oxygen, Ubuntu, Cantarell, &amp;quot;Fira Sans&amp;quot;, &amp;quot;Droid Sans&amp;quot;, Helvetica, Arial, sans-serif; text-align: left; background-color: rgb(255, 255, 255);&quot;&gt;getTmwJournalList&lt;br&gt;query = loan_acnt&lt;br/&gt;date = today&lt;/span&gt;" vertex="1">
          <mxGeometry height="120" width="190" x="3780" y="1372.5" as="geometry" />
        </mxCell>
        <mxCell id="In8fDh9ZLN2M87an2Miy-71" edge="1" parent="1" source="In8fDh9ZLN2M87an2Miy-69" style="edgeStyle=orthogonalEdgeStyle;rounded=0;orthogonalLoop=1;jettySize=auto;html=1;entryX=0;entryY=0.5;entryDx=0;entryDy=0;" target="In8fDh9ZLN2M87an2Miy-59">
          <mxGeometry relative="1" as="geometry" />
        </mxCell>
        <mxCell id="In8fDh9ZLN2M87an2Miy-77" connectable="0" parent="In8fDh9ZLN2M87an2Miy-71" style="edgeLabel;html=1;align=center;verticalAlign=middle;resizable=0;points=[];" value="1 - loan_application is new" vertex="1">
          <mxGeometry relative="1" x="0.0312" y="-3" as="geometry">
            <mxPoint as="offset" />
          </mxGeometry>
        </mxCell>
        <mxCell id="In8fDh9ZLN2M87an2Miy-73" edge="1" parent="1" source="In8fDh9ZLN2M87an2Miy-69" style="edgeStyle=orthogonalEdgeStyle;rounded=0;orthogonalLoop=1;jettySize=auto;html=1;entryX=0.5;entryY=0;entryDx=0;entryDy=0;" target="In8fDh9ZLN2M87an2Miy-111" value="">
          <mxGeometry relative="1" as="geometry">
            <mxPoint x="4303.87" y="1960" as="targetPoint" />
          </mxGeometry>
        </mxCell>
        <mxCell id="In8fDh9ZLN2M87an2Miy-74" connectable="0" parent="In8fDh9ZLN2M87an2Miy-73" style="edgeLabel;html=1;align=center;verticalAlign=middle;resizable=0;points=[];" value="0 - loan_application_id found" vertex="1">
          <mxGeometry relative="1" x="-0.1975" as="geometry">
            <mxPoint as="offset" />
          </mxGeometry>
        </mxCell>
        <mxCell id="In8fDh9ZLN2M87an2Miy-69" parent="1" style="rhombus;whiteSpace=wrap;html=1;verticalAlign=middle;" value="&lt;div style=&quot;text-align: center;&quot;&gt;&lt;span style=&quot;background-color: light-dark(rgb(255, 255, 255), rgb(18, 18, 18)); color: light-dark(rgb(33, 33, 33), rgb(209, 209, 209)); font-family: Inter, system-ui, -apple-system, &amp;quot;system-ui&amp;quot;, &amp;quot;Segoe UI&amp;quot;, Roboto, Oxygen, Ubuntu, Cantarell, &amp;quot;Fira Sans&amp;quot;, &amp;quot;Droid Sans&amp;quot;, Helvetica, Arial, sans-serif; text-align: left; white-space: pre-wrap;&quot;&gt;journalList&lt;br&gt;NOT CONTAINS&lt;/span&gt;&lt;/div&gt;&lt;span style=&quot;white-space: pre-wrap; color: rgb(33, 33, 33); font-family: Inter, system-ui, -apple-system, &amp;quot;system-ui&amp;quot;, &amp;quot;Segoe UI&amp;quot;, Roboto, Oxygen, Ubuntu, Cantarell, &amp;quot;Fira Sans&amp;quot;, &amp;quot;Droid Sans&amp;quot;, Helvetica, Arial, sans-serif; text-align: left; background-color: rgb(255, 255, 255);&quot;&gt;loan_application_id&lt;/span&gt;" vertex="1">
          <mxGeometry height="210" width="230" x="4189.5" y="1655" as="geometry" />
        </mxCell>
        <mxCell id="In8fDh9ZLN2M87an2Miy-78" edge="1" parent="1" source="In8fDh9ZLN2M87an2Miy-79" style="edgeStyle=orthogonalEdgeStyle;rounded=0;orthogonalLoop=1;jettySize=auto;html=1;" target="In8fDh9ZLN2M87an2Miy-80" value="">
          <mxGeometry relative="1" as="geometry" />
        </mxCell>
        <mxCell id="In8fDh9ZLN2M87an2Miy-79" parent="1" style="whiteSpace=wrap;html=1;" value="loan_application&lt;br&gt;success" vertex="1">
          <mxGeometry height="60" width="120" x="5616.37" y="1730" as="geometry" />
        </mxCell>
        <mxCell id="In8fDh9ZLN2M87an2Miy-132" edge="1" parent="1" source="In8fDh9ZLN2M87an2Miy-80" style="edgeStyle=orthogonalEdgeStyle;rounded=0;orthogonalLoop=1;jettySize=auto;html=1;" target="In8fDh9ZLN2M87an2Miy-131" value="">
          <mxGeometry relative="1" as="geometry" />
        </mxCell>
        <mxCell id="In8fDh9ZLN2M87an2Miy-80" parent="1" style="whiteSpace=wrap;html=1;" value="release &lt;br&gt;loan_limit.held_amount" vertex="1">
          <mxGeometry height="60" width="215" x="5568.87" y="1830" as="geometry" />
        </mxCell>
        <mxCell id="In8fDh9ZLN2M87an2Miy-95" edge="1" parent="1" source="In8fDh9ZLN2M87an2Miy-82" style="edgeStyle=orthogonalEdgeStyle;rounded=0;orthogonalLoop=1;jettySize=auto;html=1;" target="In8fDh9ZLN2M87an2Miy-94" value="">
          <mxGeometry relative="1" as="geometry" />
        </mxCell>
        <mxCell id="In8fDh9ZLN2M87an2Miy-82" parent="1" style="whiteSpace=wrap;html=1;" value="loan_application&lt;br&gt;next_retry_at = now + 5min" vertex="1">
          <mxGeometry height="60" width="170" x="5283.87" y="1890" as="geometry" />
        </mxCell>
        <mxCell id="In8fDh9ZLN2M87an2Miy-88" parent="1" style="whiteSpace=wrap;html=1;" value="create loan" vertex="1">
          <mxGeometry height="60" width="215" x="5568.87" y="2063.75" as="geometry" />
        </mxCell>
        <mxCell id="In8fDh9ZLN2M87an2Miy-94" parent="1" style="whiteSpace=wrap;html=1;" value="retry_count &amp;gt; 3&lt;br&gt;status = unknown" vertex="1">
          <mxGeometry height="60" width="120" x="5308.87" y="2010" as="geometry" />
        </mxCell>
        <mxCell id="In8fDh9ZLN2M87an2Miy-105" parent="1" style="rounded=0;whiteSpace=wrap;html=1;" value="Scheduler" vertex="1">
          <mxGeometry height="60" width="120" x="3220" y="1397.5" as="geometry" />
        </mxCell>
        <mxCell id="In8fDh9ZLN2M87an2Miy-127" edge="1" parent="1" source="In8fDh9ZLN2M87an2Miy-111" style="edgeStyle=orthogonalEdgeStyle;rounded=0;orthogonalLoop=1;jettySize=auto;html=1;" target="In8fDh9ZLN2M87an2Miy-126" value="">
          <mxGeometry relative="1" as="geometry" />
        </mxCell>
        <mxCell id="In8fDh9ZLN2M87an2Miy-135" edge="1" parent="1" source="In8fDh9ZLN2M87an2Miy-111" style="edgeStyle=orthogonalEdgeStyle;rounded=0;orthogonalLoop=1;jettySize=auto;html=1;entryX=0;entryY=0.5;entryDx=0;entryDy=0;" target="In8fDh9ZLN2M87an2Miy-222">
          <mxGeometry relative="1" as="geometry">
            <mxPoint x="4520" y="2280" as="targetPoint" />
          </mxGeometry>
        </mxCell>
        <mxCell id="In8fDh9ZLN2M87an2Miy-111" parent="1" style="rhombus;whiteSpace=wrap;html=1;" value="loan -&amp;gt; casa exists" vertex="1">
          <mxGeometry height="180" width="166.25" x="4219.5" y="2190" as="geometry" />
        </mxCell>
        <mxCell id="In8fDh9ZLN2M87an2Miy-113" parent="1" style="whiteSpace=wrap;html=1;" value="status = approved&lt;br&gt;processed_at = now&lt;br&gt;release held_amount&lt;br&gt;create loan" vertex="1">
          <mxGeometry height="72.5" width="130" x="5329.37" y="2243.75" as="geometry" />
        </mxCell>
        <mxCell id="In8fDh9ZLN2M87an2Miy-122" edge="1" parent="1" source="In8fDh9ZLN2M87an2Miy-118" style="edgeStyle=orthogonalEdgeStyle;rounded=0;orthogonalLoop=1;jettySize=auto;html=1;" target="In8fDh9ZLN2M87an2Miy-121" value="">
          <mxGeometry relative="1" as="geometry" />
        </mxCell>
        <mxCell id="In8fDh9ZLN2M87an2Miy-118" parent="1" style="whiteSpace=wrap;html=1;" value="row lock&lt;br&gt;loan_application" vertex="1">
          <mxGeometry height="60" width="120" x="4069.5" y="1402.5" as="geometry" />
        </mxCell>
        <mxCell id="In8fDh9ZLN2M87an2Miy-124" edge="1" parent="1" source="In8fDh9ZLN2M87an2Miy-121" style="edgeStyle=orthogonalEdgeStyle;rounded=0;orthogonalLoop=1;jettySize=auto;html=1;" target="In8fDh9ZLN2M87an2Miy-123" value="">
          <mxGeometry relative="1" as="geometry" />
        </mxCell>
        <mxCell id="In8fDh9ZLN2M87an2Miy-125" edge="1" parent="1" source="In8fDh9ZLN2M87an2Miy-121" style="edgeStyle=orthogonalEdgeStyle;rounded=0;orthogonalLoop=1;jettySize=auto;html=1;entryX=0.5;entryY=0;entryDx=0;entryDy=0;" target="In8fDh9ZLN2M87an2Miy-69">
          <mxGeometry relative="1" as="geometry" />
        </mxCell>
        <mxCell id="In8fDh9ZLN2M87an2Miy-121" parent="1" style="rhombus;whiteSpace=wrap;html=1;" value="processed_at &lt;br&gt;is not null" vertex="1">
          <mxGeometry height="115" width="110" x="4249.5" y="1375" as="geometry" />
        </mxCell>
        <mxCell id="In8fDh9ZLN2M87an2Miy-123" parent="1" style="whiteSpace=wrap;html=1;" value="skip processing" vertex="1">
          <mxGeometry height="60" width="120" x="4434.5" y="1402.5" as="geometry" />
        </mxCell>
        <mxCell id="In8fDh9ZLN2M87an2Miy-216" edge="1" parent="1" source="In8fDh9ZLN2M87an2Miy-126" style="edgeStyle=orthogonalEdgeStyle;rounded=0;orthogonalLoop=1;jettySize=auto;html=1;entryX=0.5;entryY=0;entryDx=0;entryDy=0;" target="In8fDh9ZLN2M87an2Miy-214">
          <mxGeometry relative="1" as="geometry" />
        </mxCell>
        <mxCell id="In8fDh9ZLN2M87an2Miy-126" parent="1" style="whiteSpace=wrap;html=1;" value="polaris&lt;br&gt;/loan/&lt;span style=&quot;white-space: pre-wrap; color: rgb(33, 33, 33); font-family: Inter, system-ui, -apple-system, &amp;quot;system-ui&amp;quot;, &amp;quot;Segoe UI&amp;quot;, Roboto, Oxygen, Ubuntu, Cantarell, &amp;quot;Fira Sans&amp;quot;, &amp;quot;Droid Sans&amp;quot;, Helvetica, Arial, sans-serif; text-align: left; background-color: rgb(255, 255, 255);&quot;&gt;grantLoanNonCash&lt;/span&gt;" vertex="1">
          <mxGeometry height="60" width="157.38" x="4223.93" y="2440" as="geometry" />
        </mxCell>
        <mxCell id="In8fDh9ZLN2M87an2Miy-130" parent="1" style="rounded=0;whiteSpace=wrap;html=1;fontSize=21;" value="WHERE TO TRIGGER CGW???" vertex="1">
          <mxGeometry height="290" width="450.63" x="5420" y="2815" as="geometry" />
        </mxCell>
        <mxCell id="In8fDh9ZLN2M87an2Miy-133" edge="1" parent="1" source="In8fDh9ZLN2M87an2Miy-131" style="edgeStyle=orthogonalEdgeStyle;rounded=0;orthogonalLoop=1;jettySize=auto;html=1;" target="In8fDh9ZLN2M87an2Miy-88" value="">
          <mxGeometry relative="1" as="geometry" />
        </mxCell>
        <mxCell id="In8fDh9ZLN2M87an2Miy-131" parent="1" style="whiteSpace=wrap;html=1;" value="processed_at = now" vertex="1">
          <mxGeometry height="60" width="120" x="5616.37" y="1942.5" as="geometry" />
        </mxCell>
        <mxCell id="In8fDh9ZLN2M87an2Miy-141" edge="1" parent="1" source="In8fDh9ZLN2M87an2Miy-134" style="edgeStyle=orthogonalEdgeStyle;rounded=0;orthogonalLoop=1;jettySize=auto;html=1;entryX=0;entryY=0.5;entryDx=0;entryDy=0;" target="In8fDh9ZLN2M87an2Miy-139">
          <mxGeometry relative="1" as="geometry" />
        </mxCell>
        <mxCell id="In8fDh9ZLN2M87an2Miy-145" edge="1" parent="1" source="In8fDh9ZLN2M87an2Miy-134" style="edgeStyle=orthogonalEdgeStyle;rounded=0;orthogonalLoop=1;jettySize=auto;html=1;" target="In8fDh9ZLN2M87an2Miy-144" value="">
          <mxGeometry relative="1" as="geometry" />
        </mxCell>
        <mxCell id="In8fDh9ZLN2M87an2Miy-134" parent="1" style="rhombus;whiteSpace=wrap;html=1;" value="casa -&amp;gt; domestic (CGW)&lt;br&gt;exists?" vertex="1">
          <mxGeometry height="180" width="190" x="4860" y="2190" as="geometry" />
        </mxCell>
        <mxCell id="In8fDh9ZLN2M87an2Miy-142" edge="1" parent="1" source="In8fDh9ZLN2M87an2Miy-139" style="edgeStyle=orthogonalEdgeStyle;rounded=0;orthogonalLoop=1;jettySize=auto;html=1;entryX=0;entryY=0.5;entryDx=0;entryDy=0;" target="In8fDh9ZLN2M87an2Miy-113">
          <mxGeometry relative="1" as="geometry" />
        </mxCell>
        <mxCell id="In8fDh9ZLN2M87an2Miy-227" edge="1" parent="1" source="In8fDh9ZLN2M87an2Miy-139" style="edgeStyle=orthogonalEdgeStyle;rounded=0;orthogonalLoop=1;jettySize=auto;html=1;entryX=1;entryY=0.5;entryDx=0;entryDy=0;" target="In8fDh9ZLN2M87an2Miy-225">
          <mxGeometry relative="1" as="geometry">
            <Array as="points">
              <mxPoint x="5196" y="2460" />
            </Array>
          </mxGeometry>
        </mxCell>
        <mxCell id="In8fDh9ZLN2M87an2Miy-139" parent="1" style="rhombus;whiteSpace=wrap;html=1;" value="casa -&amp;gt; domestic (CGW)&lt;br&gt;amount match" vertex="1">
          <mxGeometry height="180" width="172.5" x="5110" y="2190" as="geometry" />
        </mxCell>
        <mxCell id="In8fDh9ZLN2M87an2Miy-147" edge="1" parent="1" source="In8fDh9ZLN2M87an2Miy-144" style="edgeStyle=orthogonalEdgeStyle;rounded=0;orthogonalLoop=1;jettySize=auto;html=1;" target="In8fDh9ZLN2M87an2Miy-146" value="">
          <mxGeometry relative="1" as="geometry" />
        </mxCell>
        <mxCell id="In8fDh9ZLN2M87an2Miy-144" parent="1" style="whiteSpace=wrap;html=1;" value="Trigger CGW" vertex="1">
          <mxGeometry height="60" width="120" x="4895" y="2510" as="geometry" />
        </mxCell>
        <mxCell id="In8fDh9ZLN2M87an2Miy-148" edge="1" parent="1" source="In8fDh9ZLN2M87an2Miy-146" style="edgeStyle=orthogonalEdgeStyle;rounded=0;orthogonalLoop=1;jettySize=auto;html=1;entryX=0.5;entryY=1;entryDx=0;entryDy=0;" target="In8fDh9ZLN2M87an2Miy-113">
          <mxGeometry relative="1" as="geometry" />
        </mxCell>
        <mxCell id="In8fDh9ZLN2M87an2Miy-150" edge="1" parent="1" source="In8fDh9ZLN2M87an2Miy-146" style="edgeStyle=orthogonalEdgeStyle;rounded=0;orthogonalLoop=1;jettySize=auto;html=1;" target="In8fDh9ZLN2M87an2Miy-149" value="">
          <mxGeometry relative="1" as="geometry" />
        </mxCell>
        <mxCell id="In8fDh9ZLN2M87an2Miy-146" parent="1" style="rhombus;whiteSpace=wrap;html=1;" value="200" vertex="1">
          <mxGeometry height="80" width="80" x="5115" y="2500" as="geometry" />
        </mxCell>
        <mxCell id="In8fDh9ZLN2M87an2Miy-149" parent="1" style="whiteSpace=wrap;html=1;" value="next_retry_at = now + 5min" vertex="1">
          <mxGeometry height="60" width="155" x="5077.5" y="2650" as="geometry" />
        </mxCell>
        <mxCell id="In8fDh9ZLN2M87an2Miy-176" edge="1" parent="1" source="In8fDh9ZLN2M87an2Miy-152" style="edgeStyle=orthogonalEdgeStyle;rounded=0;orthogonalLoop=1;jettySize=auto;html=1;" target="In8fDh9ZLN2M87an2Miy-175" value="">
          <mxGeometry relative="1" as="geometry" />
        </mxCell>
        <mxCell id="In8fDh9ZLN2M87an2Miy-244" edge="1" parent="1" source="In8fDh9ZLN2M87an2Miy-152" style="edgeStyle=orthogonalEdgeStyle;rounded=0;orthogonalLoop=1;jettySize=auto;html=1;entryX=0;entryY=0.5;entryDx=0;entryDy=0;" target="In8fDh9ZLN2M87an2Miy-162">
          <mxGeometry relative="1" as="geometry" />
        </mxCell>
        <mxCell id="In8fDh9ZLN2M87an2Miy-152" parent="1" style="rhombus;whiteSpace=wrap;html=1;align=center;" value="&lt;div style=&quot;&quot;&gt;&lt;span style=&quot;background-color: transparent; color: light-dark(rgb(0, 0, 0), rgb(255, 255, 255));&quot;&gt;&lt;b&gt;request amount &amp;lt;=&amp;nbsp;&lt;br&gt;&lt;/b&gt;&lt;/span&gt;&lt;span style=&quot;font-weight: 700; background-color: transparent; color: light-dark(rgb(0, 0, 0), rgb(255, 255, 255));&quot;&gt;credit_line_accounts.available_amount&lt;/span&gt;&lt;/div&gt;" vertex="1">
          <mxGeometry height="285" width="270" x="990" y="992.5" as="geometry" />
        </mxCell>
        <mxCell id="P7TJZT1PVnBYbLh7lMs1-37" edge="1" parent="1" source="In8fDh9ZLN2M87an2Miy-161" style="edgeStyle=orthogonalEdgeStyle;rounded=0;orthogonalLoop=1;jettySize=auto;html=1;entryX=0;entryY=0.5;entryDx=0;entryDy=0;" target="In8fDh9ZLN2M87an2Miy-228">
          <mxGeometry relative="1" as="geometry" />
        </mxCell>
        <mxCell id="In8fDh9ZLN2M87an2Miy-161" parent="1" style="rounded=0;whiteSpace=wrap;html=1;" value="&lt;span style=&quot;font-weight: 700;&quot;&gt;credit_line_accounts&lt;br&gt;&lt;/span&gt;row lock" vertex="1">
          <mxGeometry height="60" width="145" x="280" y="1105" as="geometry" />
        </mxCell>
        <mxCell id="In8fDh9ZLN2M87an2Miy-165" edge="1" parent="1" source="In8fDh9ZLN2M87an2Miy-162" style="edgeStyle=orthogonalEdgeStyle;rounded=0;orthogonalLoop=1;jettySize=auto;html=1;" target="In8fDh9ZLN2M87an2Miy-12">
          <mxGeometry relative="1" as="geometry" />
        </mxCell>
        <mxCell id="In8fDh9ZLN2M87an2Miy-162" parent="1" style="rounded=0;whiteSpace=wrap;html=1;" value="&lt;span style=&quot;font-weight: 700; text-align: left;&quot;&gt;ROWLOCK -&amp;gt;&lt;br&gt;credit_line_accounts.reserved_amount &lt;br&gt;+= amount&lt;/span&gt;" vertex="1">
          <mxGeometry height="60" width="250" x="1360" y="1105" as="geometry" />
        </mxCell>
        <mxCell id="In8fDh9ZLN2M87an2Miy-174" parent="1" style="text;html=1;whiteSpace=wrap;strokeColor=none;fillColor=none;align=center;verticalAlign=middle;rounded=0;" value="&lt;div style=&quot;background-color:#ffffff;color:#080808&quot;&gt;&lt;pre style=&quot;font-family:&#39;JetBrains Mono&#39;,monospace;font-size:9.8pt;&quot;&gt;&lt;span style=&quot;color:#9e880d;&quot;&gt;@Transactional&lt;/span&gt;(propagation = &lt;span style=&quot;color:#000000;&quot;&gt;Propagation&lt;/span&gt;.&lt;span style=&quot;color:#871094;font-style:italic;&quot;&gt;REQUIRES_NEW&lt;/span&gt;)&lt;/pre&gt;&lt;/div&gt;" vertex="1">
          <mxGeometry height="30" width="240" x="1005" y="900" as="geometry" />
        </mxCell>
        <mxCell id="In8fDh9ZLN2M87an2Miy-175" parent="1" style="whiteSpace=wrap;html=1;" value="Rollback, return error" vertex="1">
          <mxGeometry height="60" width="132.5" x="1058.75" y="1352.5" as="geometry" />
        </mxCell>
        <mxCell id="In8fDh9ZLN2M87an2Miy-185" parent="1" style="whiteSpace=wrap;html=1;fontStyle=0;startSize=30;horizontal=1;" value="return success to client&lt;br&gt;(&quot;Request succeeded, will be processed within 5-10 mins&quot;?)" vertex="1">
          <mxGeometry height="162.5" width="210" x="2050" y="1053.75" as="geometry" />
        </mxCell>
        <mxCell id="In8fDh9ZLN2M87an2Miy-189" parent="1" style="text;html=1;whiteSpace=wrap;strokeColor=none;fillColor=none;align=center;verticalAlign=middle;rounded=0;fontSize=26;" value="&lt;div style=&quot;background-color:#ffffff;color:#080808&quot;&gt;&lt;pre style=&quot;font-family: &amp;quot;JetBrains Mono&amp;quot;, monospace;&quot;&gt;&lt;span style=&quot;color:#9e880d;&quot;&gt;@Transactional&lt;/span&gt;(propagation = &lt;span style=&quot;color:#000000;&quot;&gt;Propagation&lt;/span&gt;.&lt;span style=&quot;color:#871094;font-style:italic;&quot;&gt;REQUIRES_NEW&lt;/span&gt;)&lt;/pre&gt;&lt;/div&gt;" vertex="1">
          <mxGeometry height="30" width="240" x="4918.87" y="1265" as="geometry" />
        </mxCell>
        <mxCell id="In8fDh9ZLN2M87an2Miy-198" parent="1" style="text;html=1;whiteSpace=wrap;strokeColor=none;fillColor=none;align=center;verticalAlign=middle;rounded=0;fontSize=32;" value="BNPL request flow" vertex="1">
          <mxGeometry height="30" width="470" x="-80" y="2930" as="geometry" />
        </mxCell>
        <mxCell id="In8fDh9ZLN2M87an2Miy-199" edge="1" parent="1" source="In8fDh9ZLN2M87an2Miy-200" style="edgeStyle=orthogonalEdgeStyle;rounded=0;orthogonalLoop=1;jettySize=auto;html=1;" target="In8fDh9ZLN2M87an2Miy-202" value="">
          <mxGeometry relative="1" as="geometry" />
        </mxCell>
        <mxCell id="In8fDh9ZLN2M87an2Miy-200" parent="1" style="shape=umlActor;verticalLabelPosition=bottom;verticalAlign=top;html=1;outlineConnect=0;" value="Actor" vertex="1">
          <mxGeometry height="60" width="30" x="20" y="3135" as="geometry" />
        </mxCell>
        <mxCell id="In8fDh9ZLN2M87an2Miy-201" edge="1" parent="1" source="In8fDh9ZLN2M87an2Miy-202" style="edgeStyle=orthogonalEdgeStyle;rounded=0;orthogonalLoop=1;jettySize=auto;html=1;entryX=0.011;entryY=0.06;entryDx=0;entryDy=0;entryPerimeter=0;" target="In8fDh9ZLN2M87an2Miy-209" value="">
          <mxGeometry relative="1" as="geometry">
            <mxPoint x="440" y="3165" as="targetPoint" />
          </mxGeometry>
        </mxCell>
        <mxCell id="In8fDh9ZLN2M87an2Miy-202" parent="1" style="whiteSpace=wrap;html=1;verticalAlign=top;" value="&lt;div&gt;&lt;br&gt;&lt;/div&gt;&lt;div&gt;One tap loan&lt;/div&gt;" vertex="1">
          <mxGeometry height="60" width="120" x="230" y="3135" as="geometry" />
        </mxCell>
        <mxCell id="In8fDh9ZLN2M87an2Miy-203" edge="1" parent="1" source="In8fDh9ZLN2M87an2Miy-205" style="edgeStyle=orthogonalEdgeStyle;rounded=0;orthogonalLoop=1;jettySize=auto;html=1;" target="In8fDh9ZLN2M87an2Miy-206" value="">
          <mxGeometry relative="1" as="geometry" />
        </mxCell>
        <mxCell id="In8fDh9ZLN2M87an2Miy-204" connectable="0" parent="In8fDh9ZLN2M87an2Miy-203" style="edgeLabel;html=1;align=center;verticalAlign=middle;resizable=0;points=[];" value="0" vertex="1">
          <mxGeometry relative="1" x="-0.2091" y="-1" as="geometry">
            <mxPoint as="offset" />
          </mxGeometry>
        </mxCell>
        <mxCell id="In8fDh9ZLN2M87an2Miy-213" edge="1" parent="1" source="In8fDh9ZLN2M87an2Miy-205" style="edgeStyle=orthogonalEdgeStyle;rounded=0;orthogonalLoop=1;jettySize=auto;html=1;" target="In8fDh9ZLN2M87an2Miy-212" value="">
          <mxGeometry relative="1" as="geometry" />
        </mxCell>
        <mxCell id="In8fDh9ZLN2M87an2Miy-205" parent="1" style="rhombus;whiteSpace=wrap;html=1;verticalAlign=top;" value="&lt;br&gt;&lt;br&gt;&lt;div&gt;&lt;br&gt;&lt;/div&gt;&lt;div&gt;Loan validation&lt;br&gt;success&lt;/div&gt;" vertex="1">
          <mxGeometry height="120" width="140" x="720" y="3105" as="geometry" />
        </mxCell>
        <mxCell id="In8fDh9ZLN2M87an2Miy-206" parent="1" style="whiteSpace=wrap;html=1;verticalAlign=middle;" value="Return err message" vertex="1">
          <mxGeometry height="60" width="120" x="730" y="3305" as="geometry" />
        </mxCell>
        <mxCell id="In8fDh9ZLN2M87an2Miy-207" edge="1" parent="1" source="In8fDh9ZLN2M87an2Miy-208" style="edgeStyle=orthogonalEdgeStyle;rounded=0;orthogonalLoop=1;jettySize=auto;html=1;entryX=0;entryY=0.5;entryDx=0;entryDy=0;" target="In8fDh9ZLN2M87an2Miy-205">
          <mxGeometry relative="1" as="geometry" />
        </mxCell>
        <mxCell id="In8fDh9ZLN2M87an2Miy-208" parent="1" style="swimlane;fontStyle=0;childLayout=stackLayout;horizontal=1;startSize=30;horizontalStack=0;resizeParent=1;resizeParentMax=0;resizeLast=0;collapsible=1;marginBottom=0;whiteSpace=wrap;html=1;" value="Validations" vertex="1">
          <mxGeometry height="120" width="140" x="460" y="3135" as="geometry" />
        </mxCell>
        <mxCell id="In8fDh9ZLN2M87an2Miy-209" parent="In8fDh9ZLN2M87an2Miy-208" style="text;strokeColor=none;fillColor=none;align=left;verticalAlign=middle;spacingLeft=4;spacingRight=4;overflow=hidden;points=[[0,0.5],[1,0.5]];portConstraint=eastwest;rotatable=0;whiteSpace=wrap;html=1;" value="user status" vertex="1">
          <mxGeometry height="30" width="140" y="30" as="geometry" />
        </mxCell>
        <mxCell id="In8fDh9ZLN2M87an2Miy-210" parent="In8fDh9ZLN2M87an2Miy-208" style="text;strokeColor=none;fillColor=none;align=left;verticalAlign=middle;spacingLeft=4;spacingRight=4;overflow=hidden;points=[[0,0.5],[1,0.5]];portConstraint=eastwest;rotatable=0;whiteSpace=wrap;html=1;" value="kyc status" vertex="1">
          <mxGeometry height="30" width="140" y="60" as="geometry" />
        </mxCell>
        <mxCell id="In8fDh9ZLN2M87an2Miy-211" parent="In8fDh9ZLN2M87an2Miy-208" style="text;strokeColor=none;fillColor=none;align=left;verticalAlign=middle;spacingLeft=4;spacingRight=4;overflow=hidden;points=[[0,0.5],[1,0.5]];portConstraint=eastwest;rotatable=0;whiteSpace=wrap;html=1;" value="loan limit status" vertex="1">
          <mxGeometry height="30" width="140" y="90" as="geometry" />
        </mxCell>
        <mxCell id="In8fDh9ZLN2M87an2Miy-212" parent="1" style="whiteSpace=wrap;html=1;verticalAlign=middle;" value="Same as one-tap ??" vertex="1">
          <mxGeometry height="60" width="120" x="950" y="3135" as="geometry" />
        </mxCell>
        <mxCell id="In8fDh9ZLN2M87an2Miy-218" edge="1" parent="1" source="In8fDh9ZLN2M87an2Miy-214" style="edgeStyle=orthogonalEdgeStyle;rounded=0;orthogonalLoop=1;jettySize=auto;html=1;entryX=0;entryY=0.5;entryDx=0;entryDy=0;" target="In8fDh9ZLN2M87an2Miy-134">
          <mxGeometry relative="1" as="geometry">
            <Array as="points">
              <mxPoint x="4860" y="2630" />
            </Array>
          </mxGeometry>
        </mxCell>
        <mxCell id="In8fDh9ZLN2M87an2Miy-221" edge="1" parent="1" source="In8fDh9ZLN2M87an2Miy-214" style="edgeStyle=orthogonalEdgeStyle;rounded=0;orthogonalLoop=1;jettySize=auto;html=1;entryX=0;entryY=0.5;entryDx=0;entryDy=0;" target="In8fDh9ZLN2M87an2Miy-149">
          <mxGeometry relative="1" as="geometry">
            <Array as="points">
              <mxPoint x="4303" y="2680" />
            </Array>
          </mxGeometry>
        </mxCell>
        <mxCell id="In8fDh9ZLN2M87an2Miy-214" parent="1" style="rhombus;whiteSpace=wrap;html=1;" value="200" vertex="1">
          <mxGeometry height="80" width="80" x="4262.62" y="2590" as="geometry" />
        </mxCell>
        <mxCell id="In8fDh9ZLN2M87an2Miy-223" edge="1" parent="1" source="In8fDh9ZLN2M87an2Miy-222" style="edgeStyle=orthogonalEdgeStyle;rounded=0;orthogonalLoop=1;jettySize=auto;html=1;" target="In8fDh9ZLN2M87an2Miy-134">
          <mxGeometry relative="1" as="geometry" />
        </mxCell>
        <mxCell id="In8fDh9ZLN2M87an2Miy-226" edge="1" parent="1" source="In8fDh9ZLN2M87an2Miy-222" style="edgeStyle=orthogonalEdgeStyle;rounded=0;orthogonalLoop=1;jettySize=auto;html=1;" target="In8fDh9ZLN2M87an2Miy-225" value="">
          <mxGeometry relative="1" as="geometry" />
        </mxCell>
        <mxCell id="In8fDh9ZLN2M87an2Miy-222" parent="1" style="rhombus;whiteSpace=wrap;html=1;" value="loan -&amp;gt; casa &lt;br&gt;amount match" vertex="1">
          <mxGeometry height="156.25" width="155" x="4561.37" y="2201.88" as="geometry" />
        </mxCell>
        <mxCell id="In8fDh9ZLN2M87an2Miy-225" parent="1" style="whiteSpace=wrap;html=1;" value="status = manual_review??" vertex="1">
          <mxGeometry height="60" width="120" x="4578.87" y="2429.995" as="geometry" />
        </mxCell>
        <mxCell id="P7TJZT1PVnBYbLh7lMs1-38" edge="1" parent="1" source="In8fDh9ZLN2M87an2Miy-228" style="edgeStyle=orthogonalEdgeStyle;rounded=0;orthogonalLoop=1;jettySize=auto;html=1;entryX=0.5;entryY=0;entryDx=0;entryDy=0;" target="In8fDh9ZLN2M87an2Miy-233">
          <mxGeometry relative="1" as="geometry" />
        </mxCell>
        <mxCell id="P7TJZT1PVnBYbLh7lMs1-39" edge="1" parent="1" source="In8fDh9ZLN2M87an2Miy-228" style="edgeStyle=orthogonalEdgeStyle;rounded=0;orthogonalLoop=1;jettySize=auto;html=1;" target="In8fDh9ZLN2M87an2Miy-152">
          <mxGeometry relative="1" as="geometry" />
        </mxCell>
        <mxCell id="In8fDh9ZLN2M87an2Miy-228" parent="1" style="rhombus;whiteSpace=wrap;html=1;" value="Polaris&lt;br&gt;/line/&lt;span style=&quot;color: rgb(33, 33, 33); font-family: Inter, system-ui, -apple-system, &amp;quot;system-ui&amp;quot;, &amp;quot;Segoe UI&amp;quot;, Roboto, Oxygen, Ubuntu, Cantarell, &amp;quot;Fira Sans&amp;quot;, &amp;quot;Droid Sans&amp;quot;, Helvetica, Arial, sans-serif; text-align: left; white-space: pre-wrap; background-color: rgb(255, 255, 255);&quot;&gt;getAccountDetail&lt;/span&gt;&lt;br&gt;200" vertex="1">
          <mxGeometry height="225" width="250" x="570" y="1022.5" as="geometry" />
        </mxCell>
        <mxCell id="In8fDh9ZLN2M87an2Miy-236" edge="1" parent="1" source="In8fDh9ZLN2M87an2Miy-233" style="edgeStyle=orthogonalEdgeStyle;rounded=0;orthogonalLoop=1;jettySize=auto;html=1;" target="In8fDh9ZLN2M87an2Miy-235" value="">
          <mxGeometry relative="1" as="geometry" />
        </mxCell>
        <mxCell id="In8fDh9ZLN2M87an2Miy-242" edge="1" parent="1" source="In8fDh9ZLN2M87an2Miy-233" style="edgeStyle=orthogonalEdgeStyle;rounded=0;orthogonalLoop=1;jettySize=auto;html=1;entryX=0;entryY=0.5;entryDx=0;entryDy=0;" target="In8fDh9ZLN2M87an2Miy-241" value="">
          <mxGeometry relative="1" as="geometry">
            <mxPoint x="765" y="1362.5" as="targetPoint" />
          </mxGeometry>
        </mxCell>
        <mxCell id="In8fDh9ZLN2M87an2Miy-233" parent="1" style="rhombus;whiteSpace=wrap;html=1;" value="501" vertex="1">
          <mxGeometry height="80" width="80" x="655" y="1322.5" as="geometry" />
        </mxCell>
        <mxCell id="In8fDh9ZLN2M87an2Miy-238" edge="1" parent="1" source="In8fDh9ZLN2M87an2Miy-235" style="edgeStyle=orthogonalEdgeStyle;rounded=0;orthogonalLoop=1;jettySize=auto;html=1;entryX=0;entryY=0.5;entryDx=0;entryDy=0;" target="In8fDh9ZLN2M87an2Miy-237" value="">
          <mxGeometry relative="1" as="geometry">
            <mxPoint x="835" y="1615" as="targetPoint" />
          </mxGeometry>
        </mxCell>
        <mxCell id="In8fDh9ZLN2M87an2Miy-240" edge="1" parent="1" source="In8fDh9ZLN2M87an2Miy-235" style="edgeStyle=orthogonalEdgeStyle;rounded=0;orthogonalLoop=1;jettySize=auto;html=1;" target="In8fDh9ZLN2M87an2Miy-239" value="">
          <mxGeometry relative="1" as="geometry" />
        </mxCell>
        <mxCell id="In8fDh9ZLN2M87an2Miy-235" parent="1" style="rhombus;whiteSpace=wrap;html=1;" value="timeout, http err" vertex="1">
          <mxGeometry height="125" width="120" x="635" y="1552.5" as="geometry" />
        </mxCell>
        <mxCell id="In8fDh9ZLN2M87an2Miy-237" parent="1" style="whiteSpace=wrap;html=1;" value="return err msg&lt;br&gt;try again" vertex="1">
          <mxGeometry height="60" width="120" x="855" y="1585" as="geometry" />
        </mxCell>
        <mxCell id="In8fDh9ZLN2M87an2Miy-239" parent="1" style="whiteSpace=wrap;html=1;" value="return err msg&lt;br&gt;try again?" vertex="1">
          <mxGeometry height="60" width="120" x="635" y="1740" as="geometry" />
        </mxCell>
        <mxCell id="In8fDh9ZLN2M87an2Miy-241" parent="1" style="whiteSpace=wrap;html=1;" value="return err msg?" vertex="1">
          <mxGeometry height="60" width="120" x="845" y="1332.5" as="geometry" />
        </mxCell>
        <mxCell id="P7TJZT1PVnBYbLh7lMs1-3" parent="1" style="whiteSpace=wrap;html=1;rounded=0;" value="Polaris&lt;br&gt;/line/openAccount" vertex="1">
          <mxGeometry height="60" width="120" x="2420" y="210" as="geometry" />
        </mxCell>
        <mxCell id="P7TJZT1PVnBYbLh7lMs1-5" parent="1" style="swimlane;fontStyle=0;childLayout=stackLayout;horizontal=1;startSize=30;horizontalStack=0;resizeParent=1;resizeParentMax=0;resizeLast=0;collapsible=1;marginBottom=0;whiteSpace=wrap;html=1;" value="expected calls in order:" vertex="1">
          <mxGeometry height="210" width="270" x="3160" y="1991.88" as="geometry" />
        </mxCell>
        <mxCell id="P7TJZT1PVnBYbLh7lMs1-6" parent="P7TJZT1PVnBYbLh7lMs1-5" style="text;strokeColor=none;fillColor=none;align=left;verticalAlign=middle;spacingLeft=4;spacingRight=4;overflow=hidden;points=[[0,0.5],[1,0.5]];portConstraint=eastwest;rotatable=0;whiteSpace=wrap;html=1;" value="&lt;span style=&quot;text-align: center;&quot;&gt;/loan/createAccount - no retry&lt;/span&gt;" vertex="1">
          <mxGeometry height="30" width="270" y="30" as="geometry" />
        </mxCell>
        <mxCell id="P7TJZT1PVnBYbLh7lMs1-7" parent="P7TJZT1PVnBYbLh7lMs1-5" style="text;strokeColor=none;fillColor=none;align=left;verticalAlign=middle;spacingLeft=4;spacingRight=4;overflow=hidden;points=[[0,0.5],[1,0.5]];portConstraint=eastwest;rotatable=0;whiteSpace=wrap;html=1;" value="&lt;span style=&quot;text-align: center;&quot;&gt;/loan/&lt;/span&gt;&lt;span style=&quot;background-color: rgb(252, 246, 219); color: rgb(0, 0, 0); font-family: &amp;quot;Anonymous Pro&amp;quot;, Menlo, Consolas, &amp;quot;Bitstream Vera Sans Mono&amp;quot;, &amp;quot;Courier New&amp;quot;, monospace; font-size: 0.9em;&quot;&gt;createNrsSchedule - retry&lt;/span&gt;" vertex="1">
          <mxGeometry height="30" width="270" y="60" as="geometry" />
        </mxCell>
        <mxCell id="P7TJZT1PVnBYbLh7lMs1-8" parent="P7TJZT1PVnBYbLh7lMs1-5" style="text;strokeColor=none;fillColor=none;align=left;verticalAlign=middle;spacingLeft=4;spacingRight=4;overflow=hidden;points=[[0,0.5],[1,0.5]];portConstraint=eastwest;rotatable=0;whiteSpace=wrap;html=1;" value="&lt;span style=&quot;text-align: center;&quot;&gt;/loan/openAccount - retry&lt;/span&gt;" vertex="1">
          <mxGeometry height="30" width="270" y="90" as="geometry" />
        </mxCell>
        <mxCell id="P7TJZT1PVnBYbLh7lMs1-9" parent="P7TJZT1PVnBYbLh7lMs1-5" style="text;strokeColor=none;fillColor=none;align=left;verticalAlign=middle;spacingLeft=4;spacingRight=4;overflow=hidden;points=[[0,0.5],[1,0.5]];portConstraint=eastwest;rotatable=0;whiteSpace=wrap;html=1;" value="&lt;span style=&quot;font-family: &amp;quot;Anonymous Pro&amp;quot;, Menlo, Consolas, &amp;quot;Bitstream Vera Sans Mono&amp;quot;, &amp;quot;Courier New&amp;quot;, monospace; font-size: 10.8px; white-space: pre-wrap;&quot;&gt;&lt;font style=&quot;color: light-dark(rgb(237, 237, 237), rgb(255, 255, 255));&quot;&gt;/line/linkLineAccountToLoan - retry?&lt;/font&gt;&lt;/span&gt;" vertex="1">
          <mxGeometry height="30" width="270" y="120" as="geometry" />
        </mxCell>
        <mxCell id="P7TJZT1PVnBYbLh7lMs1-10" parent="P7TJZT1PVnBYbLh7lMs1-5" style="text;strokeColor=none;fillColor=none;align=left;verticalAlign=middle;spacingLeft=4;spacingRight=4;overflow=hidden;points=[[0,0.5],[1,0.5]];portConstraint=eastwest;rotatable=0;whiteSpace=wrap;html=1;" value="&lt;span style=&quot;text-align: center;&quot;&gt;/loan/&lt;/span&gt;&lt;span style=&quot;white-space: pre-wrap; color: rgb(33, 33, 33); font-family: Inter, system-ui, -apple-system, &amp;quot;system-ui&amp;quot;, &amp;quot;Segoe UI&amp;quot;, Roboto, Oxygen, Ubuntu, Cantarell, &amp;quot;Fira Sans&amp;quot;, &amp;quot;Droid Sans&amp;quot;, Helvetica, Arial, sans-serif; background-color: rgb(255, 255, 255);&quot;&gt;grantLoanNonCash - retry&lt;/span&gt;" vertex="1">
          <mxGeometry height="30" width="270" y="150" as="geometry" />
        </mxCell>
        <mxCell id="P7TJZT1PVnBYbLh7lMs1-11" parent="P7TJZT1PVnBYbLh7lMs1-5" style="text;strokeColor=none;fillColor=none;align=left;verticalAlign=middle;spacingLeft=4;spacingRight=4;overflow=hidden;points=[[0,0.5],[1,0.5]];portConstraint=eastwest;rotatable=0;whiteSpace=wrap;html=1;" value="&lt;font face=&quot;Inter, system-ui, -apple-system, system-ui, Segoe UI, Roboto, Oxygen, Ubuntu, Cantarell, Fira Sans, Droid Sans, Helvetica, Arial, sans-serif&quot; style=&quot;color: light-dark(rgb(188, 188, 188), rgb(255, 255, 255));&quot;&gt;&lt;span style=&quot;white-space-collapse: preserve;&quot;&gt;CGW Trigger ??&lt;/span&gt;&lt;/font&gt;" vertex="1">
          <mxGeometry height="30" width="270" y="180" as="geometry" />
        </mxCell>
        <mxCell id="P7TJZT1PVnBYbLh7lMs1-17" edge="1" parent="1" source="P7TJZT1PVnBYbLh7lMs1-15" style="edgeStyle=orthogonalEdgeStyle;rounded=0;orthogonalLoop=1;jettySize=auto;html=1;" target="P7TJZT1PVnBYbLh7lMs1-16" value="">
          <mxGeometry relative="1" as="geometry" />
        </mxCell>
        <mxCell id="P7TJZT1PVnBYbLh7lMs1-15" parent="1" style="rounded=0;whiteSpace=wrap;html=1;" value="/loan/&lt;span style=&quot;background-color: rgb(252, 246, 219); color: rgb(0, 0, 0); font-family: &amp;quot;Anonymous Pro&amp;quot;, Menlo, Consolas, &amp;quot;Bitstream Vera Sans Mono&amp;quot;, &amp;quot;Courier New&amp;quot;, monospace; font-size: 0.9em; text-align: start;&quot;&gt;getCustomerLoanAccountList&lt;/span&gt;" vertex="1">
          <mxGeometry height="60" width="270" x="2890" y="2243.75" as="geometry" />
        </mxCell>
        <mxCell id="P7TJZT1PVnBYbLh7lMs1-23" edge="1" parent="1" source="P7TJZT1PVnBYbLh7lMs1-16" style="edgeStyle=orthogonalEdgeStyle;rounded=0;orthogonalLoop=1;jettySize=auto;html=1;" target="P7TJZT1PVnBYbLh7lMs1-22" value="">
          <mxGeometry relative="1" as="geometry" />
        </mxCell>
        <mxCell id="P7TJZT1PVnBYbLh7lMs1-33" edge="1" parent="1" source="P7TJZT1PVnBYbLh7lMs1-16" style="edgeStyle=orthogonalEdgeStyle;rounded=0;orthogonalLoop=1;jettySize=auto;html=1;" target="P7TJZT1PVnBYbLh7lMs1-32" value="">
          <mxGeometry relative="1" as="geometry" />
        </mxCell>
        <mxCell id="P7TJZT1PVnBYbLh7lMs1-16" parent="1" style="rhombus;whiteSpace=wrap;html=1;rounded=0;" value="product match&lt;br&gt;amount match&lt;br&gt;status = new" vertex="1">
          <mxGeometry height="190" width="190" x="2930" y="2371.87" as="geometry" />
        </mxCell>
        <mxCell id="P7TJZT1PVnBYbLh7lMs1-25" edge="1" parent="1" source="P7TJZT1PVnBYbLh7lMs1-22" style="edgeStyle=orthogonalEdgeStyle;rounded=0;orthogonalLoop=1;jettySize=auto;html=1;" target="P7TJZT1PVnBYbLh7lMs1-24" value="">
          <mxGeometry relative="1" as="geometry" />
        </mxCell>
        <mxCell id="P7TJZT1PVnBYbLh7lMs1-22" parent="1" style="whiteSpace=wrap;html=1;rounded=0;" value="/loan/&lt;span style=&quot;background-color: rgb(252, 246, 219); color: rgb(0, 0, 0); font-family: &amp;quot;Anonymous Pro&amp;quot;, Menlo, Consolas, &amp;quot;Bitstream Vera Sans Mono&amp;quot;, &amp;quot;Courier New&amp;quot;, monospace; font-size: 0.9em; text-align: start;&quot;&gt;getNrsSchedule&lt;/span&gt;" vertex="1">
          <mxGeometry height="60" width="215" x="3200" y="2436.87" as="geometry" />
        </mxCell>
        <mxCell id="P7TJZT1PVnBYbLh7lMs1-29" edge="1" parent="1" source="P7TJZT1PVnBYbLh7lMs1-24" style="edgeStyle=orthogonalEdgeStyle;rounded=0;orthogonalLoop=1;jettySize=auto;html=1;" target="P7TJZT1PVnBYbLh7lMs1-28" value="">
          <mxGeometry relative="1" as="geometry" />
        </mxCell>
        <mxCell id="P7TJZT1PVnBYbLh7lMs1-31" edge="1" parent="1" source="P7TJZT1PVnBYbLh7lMs1-24" style="edgeStyle=orthogonalEdgeStyle;rounded=0;orthogonalLoop=1;jettySize=auto;html=1;" target="P7TJZT1PVnBYbLh7lMs1-30" value="">
          <mxGeometry relative="1" as="geometry" />
        </mxCell>
        <mxCell id="P7TJZT1PVnBYbLh7lMs1-24" parent="1" style="rhombus;whiteSpace=wrap;html=1;rounded=0;" value="schedule match?" vertex="1">
          <mxGeometry height="115" width="110" x="3510" y="2409.37" as="geometry" />
        </mxCell>
        <mxCell id="P7TJZT1PVnBYbLh7lMs1-28" parent="1" style="whiteSpace=wrap;html=1;rounded=0;" value="/loan/openAccount&amp;nbsp;" vertex="1">
          <mxGeometry height="60" width="155" x="3695" y="2436.87" as="geometry" />
        </mxCell>
        <mxCell id="P7TJZT1PVnBYbLh7lMs1-30" parent="1" style="whiteSpace=wrap;html=1;rounded=0;" value="/loan/&lt;span style=&quot;background-color: rgb(252, 246, 219); color: rgb(0, 0, 0); font-family: &amp;quot;Anonymous Pro&amp;quot;, Menlo, Consolas, &amp;quot;Bitstream Vera Sans Mono&amp;quot;, &amp;quot;Courier New&amp;quot;, monospace; font-size: 0.9em; text-align: start;&quot;&gt;updateNrsSchedule&lt;/span&gt;" vertex="1">
          <mxGeometry height="60" width="195" x="3467.5" y="2631.87" as="geometry" />
        </mxCell>
        <mxCell id="P7TJZT1PVnBYbLh7lMs1-32" parent="1" style="rhombus;whiteSpace=wrap;html=1;rounded=0;" value="product match&lt;br&gt;amount match&lt;br&gt;status = active" vertex="1">
          <mxGeometry height="213.13" width="213.13" x="2918.43" y="2696.87" as="geometry" />
+         </mxCell>
+         <mxCell id="P7TJZT1PVnBYbLh7lMs1-44" edge="1" parent="1" source="P7TJZT1PVnBYbLh7lMs1-41" style="edgeStyle=orthogonalEdgeStyle;rounded=0;orthogonalLoop=1;jettySize=auto;html=1;" target="P7TJZT1PVnBYbLh7lMs1-43" value="">
+           <mxGeometry relative="1" as="geometry" />
+         </mxCell>
+         <mxCell id="P7TJZT1PVnBYbLh7lMs1-41" parent="1" style="whiteSpace=wrap;html=1;verticalAlign=middle;" value="Rate limit by user" vertex="1">
+           <mxGeometry height="60" width="120" x="-660" y="1105" as="geometry" />
+         </mxCell>
+         <mxCell id="P7TJZT1PVnBYbLh7lMs1-43" parent="1" style="whiteSpace=wrap;html=1;" value="Circuit breaker" vertex="1">
+           <mxGeometry height="60" width="120" x="-485" y="1105" as="geometry" />
+         </mxCell>
+         <mxCell id="P7TJZT1PVnBYbLh7lMs1-45" edge="1" parent="1" source="P7TJZT1PVnBYbLh7lMs1-43" style="edgeStyle=orthogonalEdgeStyle;rounded=0;orthogonalLoop=1;jettySize=auto;html=1;entryX=-0.015;entryY=0.128;entryDx=0;entryDy=0;entryPerimeter=0;" target="In8fDh9ZLN2M87an2Miy-27">
+           <mxGeometry relative="1" as="geometry" />
        </mxCell>
      </root>
    </mxGraphModel>
  </diagram>
</mxfile>
